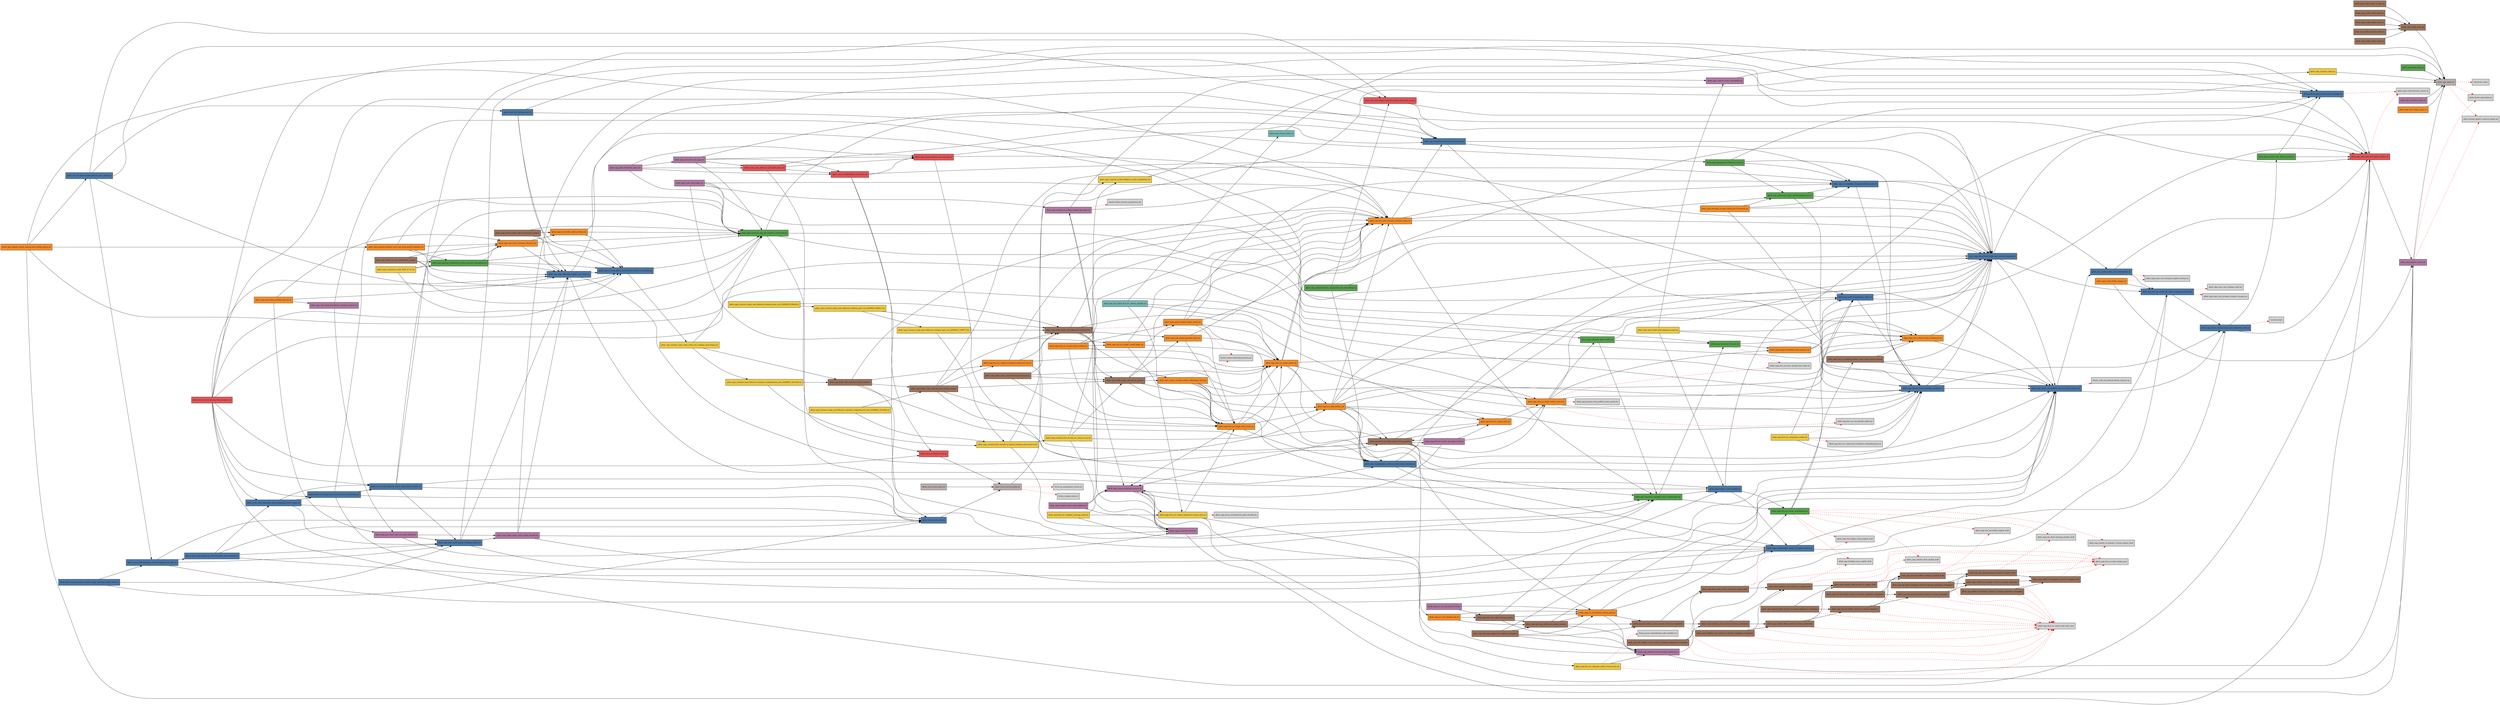
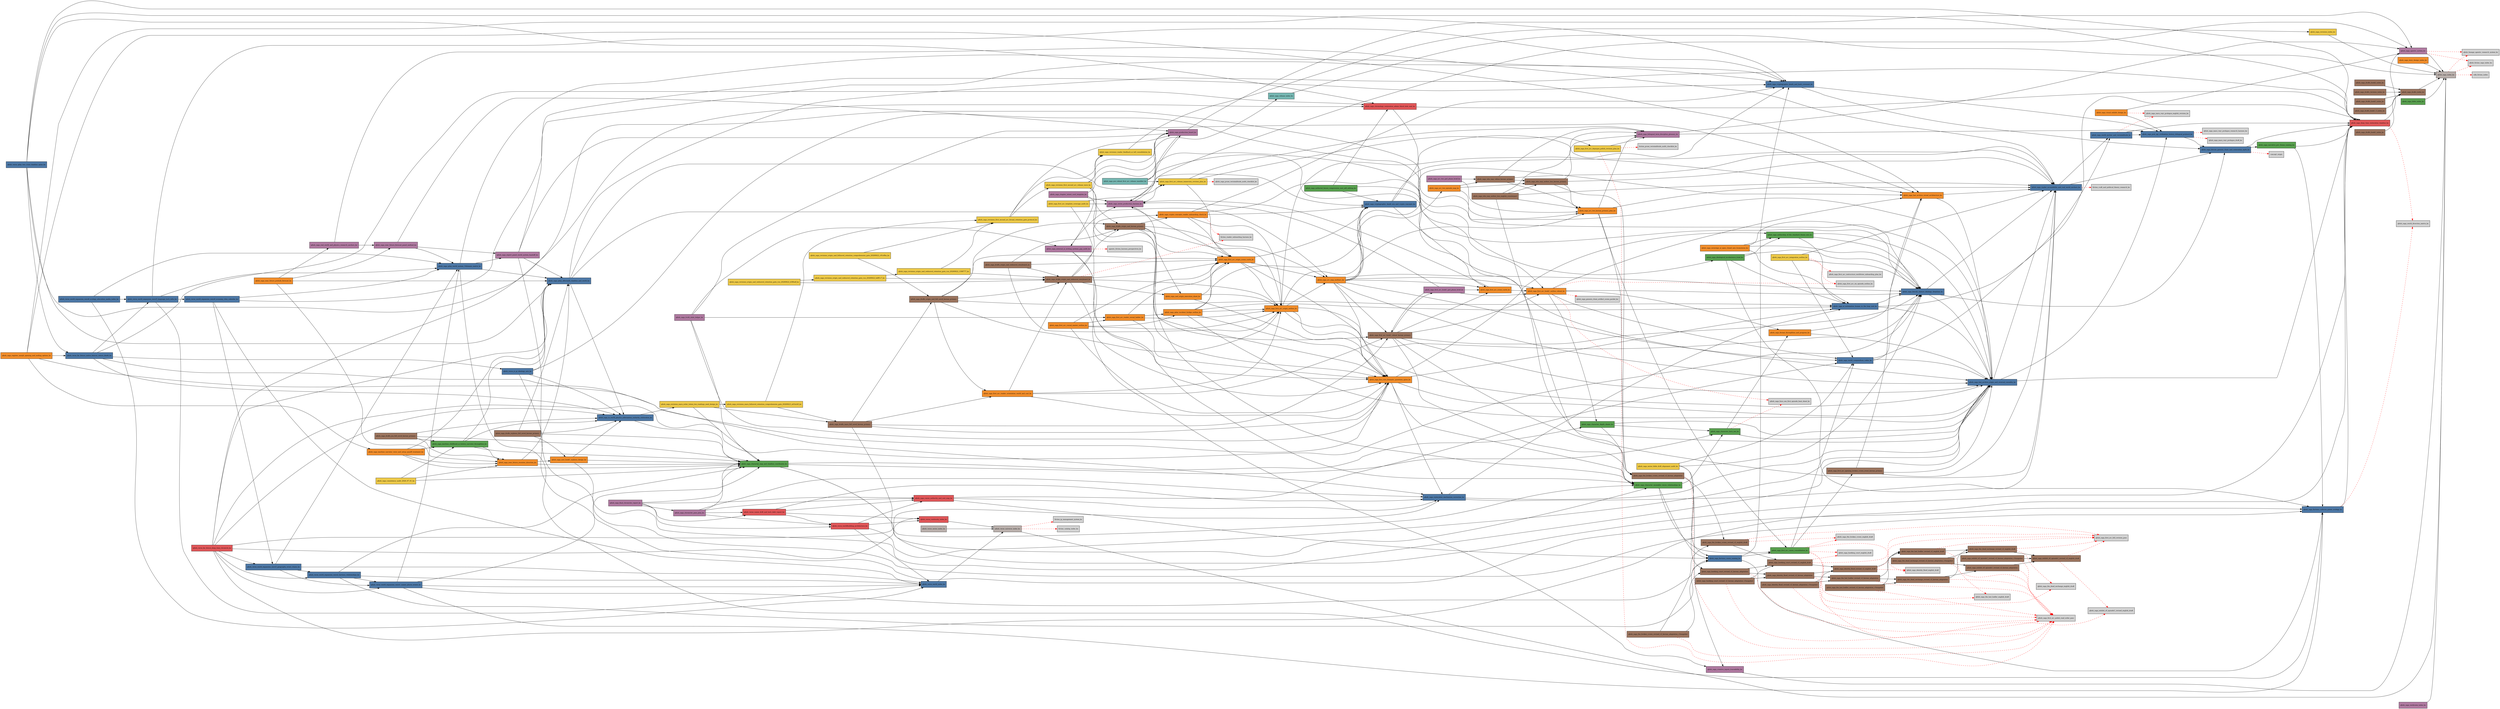
digraph qfuds_verse {
  rankdir=LR;
  node [shape=box, style=filled, fontsize=9];
  "qfuds_saga_canon_authority_and_ssot_map_ko" [fillcolor="#e15759", label="qfuds_saga_canon_authority_and_ssot_map_ko"];
  "qfuds_saga_deep_time_restoration_timeline_ko" [fillcolor="#e15759", label="qfuds_saga_deep_time_restoration_timeline_ko"];
  "qfuds_saga_chronology_restoration_admin_black_hole_seat_ko" [fillcolor="#e15759", label="qfuds_saga_chronology_restoration_admin_black_hole_seat_ko"];
  "qfuds_verse_far_future_deep_time_chronicle_ko" [fillcolor="#e15759", label="qfuds_verse_far_future_deep_time_chronicle_ko"];
  "qfuds_verse_worldbuilding_architecture_ko" [fillcolor="#e15759", label="qfuds_verse_worldbuilding_architecture_ko"];
  "qfuds_verse_canon_drift_and_tech_debt_report_ko" [fillcolor="#e15759", label="qfuds_verse_canon_drift_and_tech_debt_report_ko"];
  "qfuds_verse_continuity_index_ko" [fillcolor="#e15759", label="qfuds_verse_continuity_index_ko"];
  "qfuds_saga_world_anchor_and_verisimilitude_ko" [fillcolor="#4e79a7", label="qfuds_saga_world_anchor_and_verisimilitude_ko"];
  "qfuds_saga_factions_cultures_power_ecology_ko" [fillcolor="#4e79a7", label="qfuds_saga_factions_cultures_power_ecology_ko"];
  "qfuds_saga_bitcoin_genesis_chain_and_restoration_myth_ko" [fillcolor="#4e79a7", label="qfuds_saga_bitcoin_genesis_chain_and_restoration_myth_ko"];
  "qfuds_saga_post_agi_civilization_history_bilingual_protocol_ko" [fillcolor="#4e79a7", label="qfuds_saga_post_agi_civilization_history_bilingual_protocol_ko"];
  "qfuds_saga_cryptographic_death_and_hash_covenant_ko" [fillcolor="#4e79a7", label="qfuds_saga_cryptographic_death_and_hash_covenant_ko"];
  "qfuds_saga_reader_accessibility_and_real_world_anchors_ko" [fillcolor="#4e79a7", label="qfuds_saga_reader_accessibility_and_real_world_anchors_ko"];
  "qfuds_saga_last_archive_origin_and_reversal_causality_ko" [fillcolor="#4e79a7", label="qfuds_saga_last_archive_origin_and_reversal_causality_ko"];
  "qfuds_saga_cryptographic_death_era_and_crypto_concepts_ko" [fillcolor="#4e79a7", label="qfuds_saga_cryptographic_death_era_and_crypto_concepts_ko"];
  "qfuds_saga_factions_canon_naming_ko" [fillcolor="#4e79a7", label="qfuds_saga_factions_canon_naming_ko"];
  "qfuds_saga_bitcoin_stature_ideology_deeptime_ko" [fillcolor="#4e79a7", label="qfuds_saga_bitcoin_stature_ideology_deeptime_ko"];
  "qfuds_saga_world_compendium_codex_ko" [fillcolor="#4e79a7", label="qfuds_saga_world_compendium_codex_ko"];
  "qfuds_saga_ai_automation_human_in_the_loop_ssot_ko" [fillcolor="#4e79a7", label="qfuds_saga_ai_automation_human_in_the_loop_ssot_ko"];
  "qfuds_saga_restoration_mechanism_correction_ko" [fillcolor="#4e79a7", label="qfuds_saga_restoration_mechanism_correction_ko"];
  "qfuds_saga_in_world_physics_information_unitarity_restoration_ko" [fillcolor="#4e79a7", label="qfuds_saga_in_world_physics_information_unitarity_restoration_ko"];
  "qfuds_saga_qday_aftermath_timeline_and_world_ko" [fillcolor="#4e79a7", label="qfuds_saga_qday_aftermath_timeline_and_world_ko"];
  "qfuds_saga_qday_world_system_14domain_matrix_ko" [fillcolor="#4e79a7", label="qfuds_saga_qday_world_system_14domain_matrix_ko"];
  "qfuds_verse_world_expansion_wave1_names_places_events_ko" [fillcolor="#4e79a7", label="qfuds_verse_world_expansion_wave1_names_places_events_ko"];
  "qfuds_verse_world_expansion_wave2_factions_relationships_ko" [fillcolor="#4e79a7", label="qfuds_verse_world_expansion_wave2_factions_relationships_ko"];
  "qfuds_verse_world_expansion_wave3_geography_event_chains_ko" [fillcolor="#4e79a7", label="qfuds_verse_world_expansion_wave3_geography_event_chains_ko"];
  "qfuds_verse_world_expansion_wave4_economy_rites_calendar_ko" [fillcolor="#4e79a7", label="qfuds_verse_world_expansion_wave4_economy_rites_calendar_ko"];
  "qfuds_verse_world_expansion_wave5_language_tech_infra_ko" [fillcolor="#4e79a7", label="qfuds_verse_world_expansion_wave5_language_tech_infra_ko"];
  "qfuds_verse_world_expansion_wave6_ecology_education_media_index_ko" [fillcolor="#4e79a7", label="qfuds_verse_world_expansion_wave6_ecology_education_media_index_ko"];
  "qfuds_verse_yi_gi_ideology_axis_ko" [fillcolor="#4e79a7", label="qfuds_verse_yi_gi_ideology_axis_ko"];
  "qfuds_verse_far_future_native_lexicon_return_death_ko" [fillcolor="#4e79a7", label="qfuds_verse_far_future_native_lexicon_return_death_ko"];
+   "qfuds_verse_qday_two_crisis_timeline_spine_ko" [fillcolor="#4e79a7", label="qfuds_verse_qday_two_crisis_timeline_spine_ko"];
  "qfuds_verse_world_index_ko" [fillcolor="#4e79a7", label="qfuds_verse_world_index_ko"];
  "qfuds_verse_series_index_ko" [fillcolor="#bab0ac", label="qfuds_verse_series_index_ko"];
  "qfuds_saga_narrative_pov_theme_naming_ko" [fillcolor="#59a14f", label="qfuds_saga_narrative_pov_theme_naming_ko"];
  "qfuds_saga_first_arc_canon_consolidation_ko" [fillcolor="#59a14f", label="qfuds_saga_first_arc_canon_consolidation_ko"];
  "qfuds_saga_character_liora_sen_ko" [fillcolor="#59a14f", label="qfuds_saga_character_liora_sen_ko"];
  "qfuds_saga_authorial_lenses_compression_ssot_soft_editing_ko" [fillcolor="#59a14f", label="qfuds_saga_authorial_lenses_compression_ssot_soft_editing_ko"];
  "qfuds_saga_character_ensemble_voices_relationships_ko" [fillcolor="#59a14f", label="qfuds_saga_character_ensemble_voices_relationships_ko"];
  "qfuds_saga_character_depth_sheets_ko" [fillcolor="#59a14f", label="qfuds_saga_character_depth_sheets_ko"];
  "qfuds_saga_authorship_of_the_standard_theme_axis_ko" [fillcolor="#59a14f", label="qfuds_saga_authorship_of_the_standard_theme_axis_ko"];
  "qfuds_saga_ideological_incoherence_triad_ko" [fillcolor="#59a14f", label="qfuds_saga_ideological_incoherence_triad_ko"];
  "qfuds_saga_character_map_and_timeline_coordinates_ko" [fillcolor="#59a14f", label="qfuds_saga_character_map_and_timeline_coordinates_ko"];
  "qfuds_saga_machine_childhood_ai_history_narrator_throughline_ko" [fillcolor="#59a14f", label="qfuds_saga_machine_childhood_ai_history_narrator_throughline_ko"];
  "qfuds_saga_bible_index_ko" [fillcolor="#59a14f", label="qfuds_saga_bible_index_ko"];
  "qfuds_saga_agentic_system_ko" [fillcolor="#b07aa1", label="qfuds_saga_agentic_system_ko"];
  "qfuds_saga_bilingual_term_discipline_glossary_ko" [fillcolor="#b07aa1", label="qfuds_saga_bilingual_term_discipline_glossary_ko"];
  "qfuds_saga_arc_two_gsd_phase_brief_ko" [fillcolor="#b07aa1", label="qfuds_saga_arc_two_gsd_phase_brief_ko"];
  "qfuds_saga_series_production_harness_ko" [fillcolor="#b07aa1", label="qfuds_saga_series_production_harness_ko"];
  "qfuds_saga_creative_inputs_traceability_ko" [fillcolor="#b07aa1", label="qfuds_saga_creative_inputs_traceability_ko"];
  "qfuds_saga_first_arc_book1_gsd_phase_brief_ko" [fillcolor="#b07aa1", label="qfuds_saga_first_arc_book1_gsd_phase_brief_ko"];
  "qfuds_saga_external_ai_writing_systems_gap_audit_ko" [fillcolor="#b07aa1", label="qfuds_saga_external_ai_writing_systems_gap_audit_ko"];
  "qfuds_saga_production_board_ko" [fillcolor="#b07aa1", label="qfuds_saga_production_board_ko"];
  "qfuds_saga_chapter_intent_card_template_ko" [fillcolor="#b07aa1", label="qfuds_saga_chapter_intent_card_template_ko"];
  "qfuds_saga_expert_panel_world_system_handoff_ko" [fillcolor="#b07aa1", label="qfuds_saga_expert_panel_world_system_handoff_ko"];
  "qfuds_saga_near_future_forecast_panel_method_ko" [fillcolor="#b07aa1", label="qfuds_saga_near_future_forecast_panel_method_ko"];
  "qfuds_saga_real_world_and_physics_research_anchors_ko" [fillcolor="#b07aa1", label="qfuds_saga_real_world_and_physics_research_anchors_ko"];
  "qfuds_saga_truth_state_ledger_ko" [fillcolor="#b07aa1", label="qfuds_saga_truth_state_ledger_ko"];
  "qfuds_saga_chronicler_pass_plan_ko" [fillcolor="#b07aa1", label="qfuds_saga_chronicler_pass_plan_ko"];
  "qfuds_saga_final_chronicler_report_ko" [fillcolor="#b07aa1", label="qfuds_saga_final_chronicler_report_ko"];
  "qfuds_saga_workroom_index_ko" [fillcolor="#b07aa1", label="qfuds_saga_workroom_index_ko"];
  "qfuds_saga_visual_exhibit_design_ko" [fillcolor="#f28e2b", label="qfuds_saga_visual_exhibit_design_ko"];
  "qfuds_saga_arc_two_korean_primary_plan_ko" [fillcolor="#f28e2b", label="qfuds_saga_arc_two_korean_primary_plan_ko"];
  "qfuds_saga_last_archive_reveal_architecture_ko" [fillcolor="#f28e2b", label="qfuds_saga_last_archive_reveal_architecture_ko"];
  "qfuds_saga_format_throughline_and_progress_ko" [fillcolor="#f28e2b", label="qfuds_saga_format_throughline_and_progress_ko"];
  "qfuds_saga_arc_two_episode_map_ko" [fillcolor="#f28e2b", label="qfuds_saga_arc_two_episode_map_ko"];
  "qfuds_saga_arc_map_multiarc_ko" [fillcolor="#f28e2b", label="qfuds_saga_arc_map_multiarc_ko"];
  "qfuds_saga_first_arc_book1_outline_reboot_ko" [fillcolor="#f28e2b", label="qfuds_saga_first_arc_book1_outline_reboot_ko"];
  "qfuds_saga_first_arc_scene_cards_ko" [fillcolor="#f28e2b", label="qfuds_saga_first_arc_scene_cards_ko"];
  "qfuds_saga_sovereign_ai_open_closed_axis_brainstorm_ko" [fillcolor="#f28e2b", label="qfuds_saga_sovereign_ai_open_closed_axis_brainstorm_ko"];
  "qfuds_saga_five_core_dramatic_questions_spine_ko" [fillcolor="#f28e2b", label="qfuds_saga_five_core_dramatic_questions_spine_ko"];
  "qfuds_saga_first_arc_origin_outline_ko" [fillcolor="#f28e2b", label="qfuds_saga_first_arc_origin_outline_ko"];
  "qfuds_saga_first_arc_origin_scene_cards_ko" [fillcolor="#f28e2b", label="qfuds_saga_first_arc_origin_scene_cards_ko"];
  "qfuds_saga_crypto_concepts_reader_onboarding_check_ko" [fillcolor="#f28e2b", label="qfuds_saga_crypto_concepts_reader_onboarding_check_ko"];
  "qfuds_saga_sael_origin_execution_sheet_ko" [fillcolor="#f28e2b", label="qfuds_saga_sael_origin_execution_sheet_ko"];
  "qfuds_saga_qday_incident_bridge_outline_ko" [fillcolor="#f28e2b", label="qfuds_saga_qday_incident_bridge_outline_ko"];
  "qfuds_saga_first_arc_reader_reveal_ladder_ko" [fillcolor="#f28e2b", label="qfuds_saga_first_arc_reader_reveal_ladder_ko"];
  "qfuds_saga_first_arc_causal_master_outline_ko" [fillcolor="#f28e2b", label="qfuds_saga_first_arc_causal_master_outline_ko"];
  "qfuds_saga_first_arc_reader_orientation_world_and_cast_ko" [fillcolor="#f28e2b", label="qfuds_saga_first_arc_reader_orientation_world_and_cast_ko"];
  "qfuds_saga_new_book1_orpheus_design_ko" [fillcolor="#f28e2b", label="qfuds_saga_new_book1_orpheus_design_ko"];
  "qfuds_saga_near_future_recenter_direction_ko" [fillcolor="#f28e2b", label="qfuds_saga_near_future_recenter_direction_ko"];
  "qfuds_saga_machine_narrator_voice_and_setup_payoff_treatment_ko" [fillcolor="#f28e2b", label="qfuds_saga_machine_narrator_voice_and_setup_payoff_treatment_ko"];
  "qfuds_saga_near_future_prelude_forecast_ko" [fillcolor="#f28e2b", label="qfuds_saga_near_future_prelude_forecast_ko"];
  "qfuds_saga_register_morph_opening_and_ending_options_ko" [fillcolor="#f28e2b", label="qfuds_saga_register_morph_opening_and_ending_options_ko"];
  "qfuds_saga_story_design_index_ko" [fillcolor="#f28e2b", label="qfuds_saga_story_design_index_ko"];
  "qfuds_saga_drafts_jua_full_novel_korean_primary" [fillcolor="#9c755f", label="qfuds_saga_drafts_jua_full_novel_korean_primary"];
  "qfuds_saga_drafts_origin_sael_korean_primary" [fillcolor="#9c755f", label="qfuds_saga_drafts_origin_sael_korean_primary"];
  "qfuds_saga_drafts_origin_sael_webnovel_storyboard_ko" [fillcolor="#9c755f", label="qfuds_saga_drafts_origin_sael_webnovel_storyboard_ko"];
  "qfuds_saga_drafts_origin_sael_webnovel_storyboard_en" [fillcolor="#9c755f", label="qfuds_saga_drafts_origin_sael_webnovel_storyboard_en"];
  "qfuds_saga_drafts_origin_sael_full_novel_korean_primary" [fillcolor="#9c755f", label="qfuds_saga_drafts_origin_sael_full_novel_korean_primary"];
  "qfuds_saga_drafts_book1_5_index_ko" [fillcolor="#9c755f", label="qfuds_saga_drafts_book1_5_index_ko"];
  "qfuds_saga_drafts_orpheus_full_novel_korean_primary" [fillcolor="#9c755f", label="qfuds_saga_drafts_orpheus_full_novel_korean_primary"];
  "qfuds_saga_drafts_book1_index_ko" [fillcolor="#9c755f", label="qfuds_saga_drafts_book1_index_ko"];
  "qfuds_saga_first_arc_book1_reboot_korean_primary" [fillcolor="#9c755f", label="qfuds_saga_first_arc_book1_reboot_korean_primary"];
  "qfuds_saga_drafts_mara_full_novel_korean_primary" [fillcolor="#9c755f", label="qfuds_saga_drafts_mara_full_novel_korean_primary"];
  "qfuds_saga_drafts_book2_index_ko" [fillcolor="#9c755f", label="qfuds_saga_drafts_book2_index_ko"];
  "qfuds_saga_exhibit_s0_episode1_revised_v2_english_draft" [fillcolor="#9c755f", label="qfuds_saga_exhibit_s0_episode1_revised_v2_english_draft"];
  "qfuds_saga_the_dead_exchange_revised_v2_english_draft" [fillcolor="#9c755f", label="qfuds_saga_the_dead_exchange_revised_v2_english_draft"];
  "qfuds_saga_the_last_hodler_revised_v2_english_draft" [fillcolor="#9c755f", label="qfuds_saga_the_last_hodler_revised_v2_english_draft"];
  "qfuds_saga_identity_flood_revised_v2_english_draft" [fillcolor="#9c755f", label="qfuds_saga_identity_flood_revised_v2_english_draft"];
  "qfuds_saga_hawking_court_revised_v2_english_draft" [fillcolor="#9c755f", label="qfuds_saga_hawking_court_revised_v2_english_draft"];
  "qfuds_saga_the_broken_crown_revised_v2_english_draft" [fillcolor="#9c755f", label="qfuds_saga_the_broken_crown_revised_v2_english_draft"];
  "qfuds_saga_exhibit_s0_episode1_revised_v2_korean_adaptation" [fillcolor="#9c755f", label="qfuds_saga_exhibit_s0_episode1_revised_v2_korean_adaptation"];
  "qfuds_saga_the_dead_exchange_revised_v2_korean_adaptation" [fillcolor="#9c755f", label="qfuds_saga_the_dead_exchange_revised_v2_korean_adaptation"];
  "qfuds_saga_the_last_hodler_revised_v2_korean_adaptation" [fillcolor="#9c755f", label="qfuds_saga_the_last_hodler_revised_v2_korean_adaptation"];
  "qfuds_saga_identity_flood_revised_v2_korean_adaptation" [fillcolor="#9c755f", label="qfuds_saga_identity_flood_revised_v2_korean_adaptation"];
  "qfuds_saga_hawking_court_revised_v2_korean_adaptation" [fillcolor="#9c755f", label="qfuds_saga_hawking_court_revised_v2_korean_adaptation"];
  "qfuds_saga_the_broken_crown_revised_v2_korean_adaptation" [fillcolor="#9c755f", label="qfuds_saga_the_broken_crown_revised_v2_korean_adaptation"];
  "qfuds_saga_first_arc_opening_broken_crown_event_korean_primary" [fillcolor="#9c755f", label="qfuds_saga_first_arc_opening_broken_crown_event_korean_primary"];
  "qfuds_saga_exhibit_s0_episode1_revised_v2_korean_adaptation_v3snapshot" [fillcolor="#9c755f", label="qfuds_saga_exhibit_s0_episode1_revised_v2_korean_adaptation_v3snapshot"];
  "qfuds_saga_the_dead_exchange_revised_v2_korean_adaptation_v3snapshot" [fillcolor="#9c755f", label="qfuds_saga_the_dead_exchange_revised_v2_korean_adaptation_v3snapshot"];
  "qfuds_saga_the_last_hodler_revised_v2_korean_adaptation_v3snapshot" [fillcolor="#9c755f", label="qfuds_saga_the_last_hodler_revised_v2_korean_adaptation_v3snapshot"];
  "qfuds_saga_identity_flood_revised_v2_korean_adaptation_v3snapshot" [fillcolor="#9c755f", label="qfuds_saga_identity_flood_revised_v2_korean_adaptation_v3snapshot"];
  "qfuds_saga_hawking_court_revised_v2_korean_adaptation_v3snapshot" [fillcolor="#9c755f", label="qfuds_saga_hawking_court_revised_v2_korean_adaptation_v3snapshot"];
  "qfuds_saga_the_broken_crown_revised_v2_korean_adaptation_v3snapshot" [fillcolor="#9c755f", label="qfuds_saga_the_broken_crown_revised_v2_korean_adaptation_v3snapshot"];
  "qfuds_saga_drafts_versions_index_ko" [fillcolor="#9c755f", label="qfuds_saga_drafts_versions_index_ko"];
  "qfuds_saga_who_may_author_loss_korean_primary" [fillcolor="#9c755f", label="qfuds_saga_who_may_author_loss_korean_primary"];
  "qfuds_saga_who_may_author_loss_english_counterpart" [fillcolor="#9c755f", label="qfuds_saga_who_may_author_loss_english_counterpart"];
  "qfuds_saga_who_may_refuse_korean_primary" [fillcolor="#9c755f", label="qfuds_saga_who_may_refuse_korean_primary"];
  "qfuds_saga_drafts_book3_index_ko" [fillcolor="#9c755f", label="qfuds_saga_drafts_book3_index_ko"];
  "qfuds_saga_drafts_index_ko" [fillcolor="#9c755f", label="qfuds_saga_drafts_index_ko"];
  "qfuds_saga_first_arc_dejargon_polish_revision_plan_ko" [fillcolor="#edc948", label="qfuds_saga_first_arc_dejargon_polish_revision_plan_ko"];
  "qfuds_saga_first_arc_release_immersion_revision_plan_ko" [fillcolor="#edc948", label="qfuds_saga_first_arc_release_immersion_revision_plan_ko"];
  "qfuds_saga_first_arc_template_coverage_audit_ko" [fillcolor="#edc948", label="qfuds_saga_first_arc_template_coverage_audit_ko"];
  "qfuds_saga_first_arc_integration_outline_ko" [fillcolor="#edc948", label="qfuds_saga_first_arc_integration_outline_ko"];
  "qfuds_saga_series_bible_drift_alignment_audit_ko" [fillcolor="#edc948", label="qfuds_saga_series_bible_drift_alignment_audit_ko"];
  "qfuds_saga_revisions_reader_feedback_ai_tell_consolidation_ko" [fillcolor="#edc948", label="qfuds_saga_revisions_reader_feedback_ai_tell_consolidation_ko"];
  "qfuds_saga_revisions_first_second_arc_release_wave_ko" [fillcolor="#edc948", label="qfuds_saga_revisions_first_second_arc_release_wave_ko"];
  "qfuds_saga_revisions_first_second_arc_formal_retention_gate_protocol_ko" [fillcolor="#edc948", label="qfuds_saga_revisions_first_second_arc_formal_retention_gate_protocol_ko"];
  "qfuds_saga_revisions_origin_sael_webnovel_retention_gate_run_20260622_1308777_ko" [fillcolor="#edc948", label="qfuds_saga_revisions_origin_sael_webnovel_retention_gate_run_20260622_1308777_ko"];
  "qfuds_saga_revisions_origin_sael_webnovel_retention_gate_run_20260622_bdff1c7_ko" [fillcolor="#edc948", label="qfuds_saga_revisions_origin_sael_webnovel_retention_gate_run_20260622_bdff1c7_ko"];
  "qfuds_saga_revisions_origin_sael_webnovel_retention_gate_run_20260622_b5f0edf_ko" [fillcolor="#edc948", label="qfuds_saga_revisions_origin_sael_webnovel_retention_gate_run_20260622_b5f0edf_ko"];
  "qfuds_saga_revisions_origin_sael_fullnovel_retention_comprehension_gate_20260622_c91e9be_ko" [fillcolor="#edc948", label="qfuds_saga_revisions_origin_sael_fullnovel_retention_comprehension_gate_20260622_c91e9be_ko"];
  "qfuds_saga_revisions_mara_fullnovel_retention_comprehension_gate_20260623_a41bcb9_ko" [fillcolor="#edc948", label="qfuds_saga_revisions_mara_fullnovel_retention_comprehension_gate_20260623_a41bcb9_ko"];
  "qfuds_saga_revisions_mara_order_totem_two_readings_seed_design_ko" [fillcolor="#edc948", label="qfuds_saga_revisions_mara_order_totem_two_readings_seed_design_ko"];
  "qfuds_saga_consistency_audit_2026_07_01_ko" [fillcolor="#edc948", label="qfuds_saga_consistency_audit_2026_07_01_ko"];
  "qfuds_saga_revisions_index_ko" [fillcolor="#edc948", label="qfuds_saga_revisions_index_ko"];
  "qfuds_saga_pre_reboot_first_arc_release_manifest_ko" [fillcolor="#76b7b2", label="qfuds_saga_pre_reboot_first_arc_release_manifest_ko"];
  "qfuds_saga_release_index_ko" [fillcolor="#76b7b2", label="qfuds_saga_release_index_ko"];
  "qfuds_saga_index_ko" [fillcolor="#bab0ac", label="qfuds_saga_index_ko"];
  "qfuds_verse_universe_index_ko" [fillcolor="#bab0ac", label="qfuds_verse_universe_index_ko"];
  "qfuds_saga_canon_authority_and_ssot_map_ko" -> "qfuds_saga_world_compendium_codex_ko";
  "qfuds_saga_canon_authority_and_ssot_map_ko" -> "qfuds_saga_restoration_mechanism_correction_ko";
  "qfuds_saga_canon_authority_and_ssot_map_ko" -> "qfuds_saga_factions_canon_naming_ko";
  "qfuds_saga_deep_time_restoration_timeline_ko" -> "qfuds_saga_world_direction_matrix_ko" [style=dashed, color=red];
  "qfuds_saga_deep_time_restoration_timeline_ko" -> "qfuds_saga_agentic_system_ko";
  "qfuds_saga_chronology_restoration_admin_black_hole_seat_ko" -> "qfuds_saga_last_archive_origin_and_reversal_causality_ko";
  "qfuds_saga_chronology_restoration_admin_black_hole_seat_ko" -> "qfuds_saga_deep_time_restoration_timeline_ko";
  "qfuds_verse_far_future_deep_time_chronicle_ko" -> "qfuds_verse_continuity_index_ko";
  "qfuds_verse_far_future_deep_time_chronicle_ko" -> "qfuds_saga_deep_time_restoration_timeline_ko";
  "qfuds_verse_far_future_deep_time_chronicle_ko" -> "qfuds_saga_chronology_restoration_admin_black_hole_seat_ko";
  "qfuds_verse_far_future_deep_time_chronicle_ko" -> "qfuds_saga_qday_aftermath_timeline_and_world_ko";
  "qfuds_verse_far_future_deep_time_chronicle_ko" -> "qfuds_saga_restoration_mechanism_correction_ko";
  "qfuds_verse_far_future_deep_time_chronicle_ko" -> "qfuds_saga_in_world_physics_information_unitarity_restoration_ko";
  "qfuds_verse_far_future_deep_time_chronicle_ko" -> "qfuds_saga_bitcoin_stature_ideology_deeptime_ko";
  "qfuds_verse_far_future_deep_time_chronicle_ko" -> "qfuds_verse_world_expansion_wave1_names_places_events_ko";
  "qfuds_verse_far_future_deep_time_chronicle_ko" -> "qfuds_verse_world_expansion_wave2_factions_relationships_ko";
  "qfuds_verse_far_future_deep_time_chronicle_ko" -> "qfuds_verse_world_expansion_wave3_geography_event_chains_ko";
  "qfuds_verse_worldbuilding_architecture_ko" -> "qfuds_verse_continuity_index_ko";
  "qfuds_verse_worldbuilding_architecture_ko" -> "qfuds_saga_canon_authority_and_ssot_map_ko";
  "qfuds_verse_worldbuilding_architecture_ko" -> "qfuds_verse_world_index_ko";
  "qfuds_verse_worldbuilding_architecture_ko" -> "qfuds_saga_last_archive_origin_and_reversal_causality_ko";
  "qfuds_verse_canon_drift_and_tech_debt_report_ko" -> "qfuds_verse_worldbuilding_architecture_ko";
  "qfuds_verse_canon_drift_and_tech_debt_report_ko" -> "qfuds_verse_continuity_index_ko";
  "qfuds_verse_canon_drift_and_tech_debt_report_ko" -> "qfuds_saga_canon_authority_and_ssot_map_ko";
  "qfuds_verse_canon_drift_and_tech_debt_report_ko" -> "qfuds_saga_restoration_mechanism_correction_ko";
  "qfuds_verse_continuity_index_ko" -> "qfuds_verse_universe_index_ko";
  "qfuds_saga_world_anchor_and_verisimilitude_ko" -> "qfuds_saga_deep_time_restoration_timeline_ko";
  "qfuds_saga_world_anchor_and_verisimilitude_ko" -> "qfuds_saga_post_agi_civilization_history_bilingual_protocol_ko";
  "qfuds_saga_world_anchor_and_verisimilitude_ko" -> "qfuds_saga_mara_veyr_prologue_english_revision_ko" [style=dashed, color=red];
  "qfuds_saga_factions_cultures_power_ecology_ko" -> "qfuds_saga_deep_time_restoration_timeline_ko";
  "qfuds_saga_factions_cultures_power_ecology_ko" -> "qfuds_saga_world_direction_matrix_ko" [style=dashed, color=red];
  "qfuds_saga_bitcoin_genesis_chain_and_restoration_myth_ko" -> "qfuds_saga_narrative_pov_theme_naming_ko";
  "qfuds_saga_bitcoin_genesis_chain_and_restoration_myth_ko" -> "qfuds_saga_deep_time_restoration_timeline_ko";
  "qfuds_saga_bitcoin_genesis_chain_and_restoration_myth_ko" -> "concept_origin" [style=dashed, color=red];
  "qfuds_saga_post_agi_civilization_history_bilingual_protocol_ko" -> "qfuds_saga_mara_veyr_prologue_draft_ko" [style=dashed, color=red];
  "qfuds_saga_post_agi_civilization_history_bilingual_protocol_ko" -> "qfuds_saga_mara_veyr_prologue_research_harness_ko" [style=dashed, color=red];
  "qfuds_saga_post_agi_civilization_history_bilingual_protocol_ko" -> "qfuds_saga_bitcoin_genesis_chain_and_restoration_myth_ko";
  "qfuds_saga_cryptographic_death_and_hash_covenant_ko" -> "qfuds_saga_bitcoin_genesis_chain_and_restoration_myth_ko";
  "qfuds_saga_cryptographic_death_and_hash_covenant_ko" -> "qfuds_saga_post_agi_civilization_history_bilingual_protocol_ko";
  "qfuds_saga_reader_accessibility_and_real_world_anchors_ko" -> "qfuds_saga_bitcoin_genesis_chain_and_restoration_myth_ko";
  "qfuds_saga_reader_accessibility_and_real_world_anchors_ko" -> "qfuds_saga_world_anchor_and_verisimilitude_ko";
  "qfuds_saga_reader_accessibility_and_real_world_anchors_ko" -> "fiction_craft_and_political_theory_research_ko" [style=dashed, color=red];
  "qfuds_saga_last_archive_origin_and_reversal_causality_ko" -> "qfuds_saga_deep_time_restoration_timeline_ko";
  "qfuds_saga_last_archive_origin_and_reversal_causality_ko" -> "qfuds_saga_reader_accessibility_and_real_world_anchors_ko";
  "qfuds_saga_last_archive_origin_and_reversal_causality_ko" -> "qfuds_saga_post_agi_civilization_history_bilingual_protocol_ko";
  "qfuds_saga_cryptographic_death_era_and_crypto_concepts_ko" -> "qfuds_saga_cryptographic_death_and_hash_covenant_ko";
  "qfuds_saga_cryptographic_death_era_and_crypto_concepts_ko" -> "qfuds_saga_reader_accessibility_and_real_world_anchors_ko";
  "qfuds_saga_cryptographic_death_era_and_crypto_concepts_ko" -> "qfuds_saga_last_archive_origin_and_reversal_causality_ko";
  "qfuds_saga_factions_canon_naming_ko" -> "qfuds_saga_cryptographic_death_and_hash_covenant_ko";
  "qfuds_saga_factions_canon_naming_ko" -> "qfuds_saga_first_arc_canon_consolidation_ko";
  "qfuds_saga_factions_canon_naming_ko" -> "qfuds_saga_factions_cultures_power_ecology_ko";
  "qfuds_saga_bitcoin_stature_ideology_deeptime_ko" -> "qfuds_saga_reader_accessibility_and_real_world_anchors_ko";
  "qfuds_saga_bitcoin_stature_ideology_deeptime_ko" -> "qfuds_saga_last_archive_origin_and_reversal_causality_ko";
  "qfuds_saga_bitcoin_stature_ideology_deeptime_ko" -> "qfuds_saga_bitcoin_genesis_chain_and_restoration_myth_ko";
  "qfuds_saga_world_compendium_codex_ko" -> "qfuds_saga_deep_time_restoration_timeline_ko";
  "qfuds_saga_world_compendium_codex_ko" -> "qfuds_saga_last_archive_origin_and_reversal_causality_ko";
  "qfuds_saga_world_compendium_codex_ko" -> "qfuds_saga_bitcoin_stature_ideology_deeptime_ko";
  "qfuds_saga_ai_automation_human_in_the_loop_ssot_ko" -> "qfuds_saga_last_archive_origin_and_reversal_causality_ko";
  "qfuds_saga_ai_automation_human_in_the_loop_ssot_ko" -> "qfuds_saga_bitcoin_stature_ideology_deeptime_ko";
  "qfuds_saga_ai_automation_human_in_the_loop_ssot_ko" -> "qfuds_saga_world_anchor_and_verisimilitude_ko";
  "qfuds_saga_restoration_mechanism_correction_ko" -> "qfuds_saga_last_archive_origin_and_reversal_causality_ko";
  "qfuds_saga_restoration_mechanism_correction_ko" -> "qfuds_saga_reader_accessibility_and_real_world_anchors_ko";
  "qfuds_saga_restoration_mechanism_correction_ko" -> "qfuds_saga_ai_automation_human_in_the_loop_ssot_ko";
  "qfuds_saga_in_world_physics_information_unitarity_restoration_ko" -> "qfuds_saga_character_map_and_timeline_coordinates_ko";
  "qfuds_saga_in_world_physics_information_unitarity_restoration_ko" -> "qfuds_saga_revisions_mara_order_totem_two_readings_seed_design_ko";
  "qfuds_saga_qday_aftermath_timeline_and_world_ko" -> "qfuds_saga_deep_time_restoration_timeline_ko";
  "qfuds_saga_qday_aftermath_timeline_and_world_ko" -> "qfuds_saga_arc_map_multiarc_ko";
  "qfuds_saga_qday_aftermath_timeline_and_world_ko" -> "qfuds_saga_cryptographic_death_era_and_crypto_concepts_ko";
  "qfuds_saga_qday_aftermath_timeline_and_world_ko" -> "qfuds_saga_in_world_physics_information_unitarity_restoration_ko";
  "qfuds_saga_qday_world_system_14domain_matrix_ko" -> "qfuds_saga_qday_aftermath_timeline_and_world_ko";
  "qfuds_saga_qday_world_system_14domain_matrix_ko" -> "qfuds_saga_cryptographic_death_and_hash_covenant_ko";
  "qfuds_saga_qday_world_system_14domain_matrix_ko" -> "qfuds_saga_factions_cultures_power_ecology_ko";
  "qfuds_saga_qday_world_system_14domain_matrix_ko" -> "qfuds_saga_expert_panel_world_system_handoff_ko";
  "qfuds_verse_world_expansion_wave1_names_places_events_ko" -> "qfuds_verse_world_index_ko";
  "qfuds_verse_world_expansion_wave1_names_places_events_ko" -> "qfuds_saga_factions_canon_naming_ko";
  "qfuds_verse_world_expansion_wave1_names_places_events_ko" -> "qfuds_saga_character_map_and_timeline_coordinates_ko";
  "qfuds_verse_world_expansion_wave1_names_places_events_ko" -> "qfuds_saga_qday_world_system_14domain_matrix_ko";
  "qfuds_verse_world_expansion_wave1_names_places_events_ko" -> "qfuds_saga_factions_cultures_power_ecology_ko";
  "qfuds_verse_world_expansion_wave2_factions_relationships_ko" -> "qfuds_verse_world_expansion_wave1_names_places_events_ko";
  "qfuds_verse_world_expansion_wave2_factions_relationships_ko" -> "qfuds_verse_world_index_ko";
  "qfuds_verse_world_expansion_wave2_factions_relationships_ko" -> "qfuds_saga_factions_canon_naming_ko";
  "qfuds_verse_world_expansion_wave2_factions_relationships_ko" -> "qfuds_saga_character_map_and_timeline_coordinates_ko";
  "qfuds_verse_world_expansion_wave3_geography_event_chains_ko" -> "qfuds_verse_world_expansion_wave1_names_places_events_ko";
  "qfuds_verse_world_expansion_wave3_geography_event_chains_ko" -> "qfuds_verse_world_expansion_wave2_factions_relationships_ko";
  "qfuds_verse_world_expansion_wave3_geography_event_chains_ko" -> "qfuds_verse_world_index_ko";
  "qfuds_verse_world_expansion_wave3_geography_event_chains_ko" -> "qfuds_saga_qday_world_system_14domain_matrix_ko";
  "qfuds_verse_world_expansion_wave4_economy_rites_calendar_ko" -> "qfuds_verse_world_expansion_wave3_geography_event_chains_ko";
  "qfuds_verse_world_expansion_wave4_economy_rites_calendar_ko" -> "qfuds_verse_world_index_ko";
  "qfuds_verse_world_expansion_wave4_economy_rites_calendar_ko" -> "qfuds_saga_qday_world_system_14domain_matrix_ko";
  "qfuds_verse_world_expansion_wave4_economy_rites_calendar_ko" -> "qfuds_saga_cryptographic_death_and_hash_covenant_ko";
  "qfuds_verse_world_expansion_wave5_language_tech_infra_ko" -> "qfuds_verse_world_expansion_wave4_economy_rites_calendar_ko";
  "qfuds_verse_world_expansion_wave5_language_tech_infra_ko" -> "qfuds_verse_world_index_ko";
  "qfuds_verse_world_expansion_wave5_language_tech_infra_ko" -> "qfuds_saga_cryptographic_death_and_hash_covenant_ko";
  "qfuds_verse_world_expansion_wave5_language_tech_infra_ko" -> "qfuds_saga_qday_world_system_14domain_matrix_ko";
  "qfuds_verse_world_expansion_wave6_ecology_education_media_index_ko" -> "qfuds_verse_world_expansion_wave5_language_tech_infra_ko";
  "qfuds_verse_world_expansion_wave6_ecology_education_media_index_ko" -> "qfuds_verse_world_index_ko";
  "qfuds_verse_world_expansion_wave6_ecology_education_media_index_ko" -> "qfuds_saga_qday_world_system_14domain_matrix_ko";
  "qfuds_verse_yi_gi_ideology_axis_ko" -> "qfuds_saga_ideological_incoherence_triad_ko";
  "qfuds_verse_yi_gi_ideology_axis_ko" -> "qfuds_saga_factions_cultures_power_ecology_ko";
  "qfuds_verse_yi_gi_ideology_axis_ko" -> "qfuds_saga_qday_aftermath_timeline_and_world_ko";
  "qfuds_verse_yi_gi_ideology_axis_ko" -> "qfuds_saga_in_world_physics_information_unitarity_restoration_ko";
  "qfuds_verse_far_future_native_lexicon_return_death_ko" -> "qfuds_saga_restoration_mechanism_correction_ko";
  "qfuds_verse_far_future_native_lexicon_return_death_ko" -> "qfuds_saga_in_world_physics_information_unitarity_restoration_ko";
  "qfuds_verse_far_future_native_lexicon_return_death_ko" -> "qfuds_verse_yi_gi_ideology_axis_ko";
  "qfuds_verse_far_future_native_lexicon_return_death_ko" -> "qfuds_saga_chronology_restoration_admin_black_hole_seat_ko";
  "qfuds_verse_far_future_native_lexicon_return_death_ko" -> "qfuds_verse_world_expansion_wave5_language_tech_infra_ko";
+   "qfuds_verse_qday_two_crisis_timeline_spine_ko" -> "qfuds_saga_deep_time_restoration_timeline_ko";
+   "qfuds_verse_qday_two_crisis_timeline_spine_ko" -> "qfuds_saga_chronology_restoration_admin_black_hole_seat_ko";
+   "qfuds_verse_qday_two_crisis_timeline_spine_ko" -> "qfuds_saga_qday_aftermath_timeline_and_world_ko";
+   "qfuds_verse_qday_two_crisis_timeline_spine_ko" -> "qfuds_saga_cryptographic_death_and_hash_covenant_ko";
+   "qfuds_verse_qday_two_crisis_timeline_spine_ko" -> "qfuds_saga_bitcoin_stature_ideology_deeptime_ko";
+   "qfuds_verse_qday_two_crisis_timeline_spine_ko" -> "qfuds_verse_far_future_native_lexicon_return_death_ko";
  "qfuds_verse_world_index_ko" -> "qfuds_verse_universe_index_ko";
  "qfuds_verse_series_index_ko" -> "qfuds_verse_universe_index_ko";
  "qfuds_saga_narrative_pov_theme_naming_ko" -> "qfuds_saga_factions_cultures_power_ecology_ko";
  "qfuds_saga_narrative_pov_theme_naming_ko" -> "qfuds_saga_deep_time_restoration_timeline_ko";
  "qfuds_saga_first_arc_canon_consolidation_ko" -> "qfuds_saga_exhibit_s0_episode1_revised_english_draft" [style=dashed, color=red];
  "qfuds_saga_first_arc_canon_consolidation_ko" -> "qfuds_saga_the_dead_exchange_english_draft" [style=dashed, color=red];
  "qfuds_saga_first_arc_canon_consolidation_ko" -> "qfuds_saga_the_last_hodler_english_draft" [style=dashed, color=red];
  "qfuds_saga_first_arc_canon_consolidation_ko" -> "qfuds_saga_identity_flood_english_draft" [style=dashed, color=red];
  "qfuds_saga_first_arc_canon_consolidation_ko" -> "qfuds_saga_hawking_court_english_draft" [style=dashed, color=red];
  "qfuds_saga_first_arc_canon_consolidation_ko" -> "qfuds_saga_the_broken_crown_english_draft" [style=dashed, color=red];
  "qfuds_saga_first_arc_canon_consolidation_ko" -> "qfuds_saga_first_arc_opening_broken_crown_event_korean_primary";
  "qfuds_saga_first_arc_canon_consolidation_ko" -> "qfuds_saga_world_compendium_codex_ko";
  "qfuds_saga_character_liora_sen_ko" -> "qfuds_saga_liora_sen_first_episode_beat_sheet_ko" [style=dashed, color=red];
  "qfuds_saga_character_liora_sen_ko" -> "qfuds_saga_last_archive_origin_and_reversal_causality_ko";
  "qfuds_saga_character_liora_sen_ko" -> "qfuds_saga_format_throughline_and_progress_ko";
  "qfuds_saga_authorial_lenses_compression_ssot_soft_editing_ko" -> "qfuds_saga_last_archive_origin_and_reversal_causality_ko";
  "qfuds_saga_authorial_lenses_compression_ssot_soft_editing_ko" -> "qfuds_saga_chronology_restoration_admin_black_hole_seat_ko";
  "qfuds_saga_authorial_lenses_compression_ssot_soft_editing_ko" -> "qfuds_saga_cryptographic_death_era_and_crypto_concepts_ko";
  "qfuds_saga_character_ensemble_voices_relationships_ko" -> "qfuds_saga_character_liora_sen_ko";
  "qfuds_saga_character_ensemble_voices_relationships_ko" -> "qfuds_saga_first_arc_canon_consolidation_ko";
  "qfuds_saga_character_ensemble_voices_relationships_ko" -> "qfuds_saga_factions_canon_naming_ko";
  "qfuds_saga_character_depth_sheets_ko" -> "qfuds_saga_character_liora_sen_ko";
  "qfuds_saga_character_depth_sheets_ko" -> "qfuds_saga_character_ensemble_voices_relationships_ko";
  "qfuds_saga_character_depth_sheets_ko" -> "qfuds_saga_last_archive_origin_and_reversal_causality_ko";
  "qfuds_saga_authorship_of_the_standard_theme_axis_ko" -> "qfuds_saga_last_archive_origin_and_reversal_causality_ko";
  "qfuds_saga_authorship_of_the_standard_theme_axis_ko" -> "qfuds_saga_ai_automation_human_in_the_loop_ssot_ko";
  "qfuds_saga_authorship_of_the_standard_theme_axis_ko" -> "qfuds_saga_bitcoin_stature_ideology_deeptime_ko";
  "qfuds_saga_ideological_incoherence_triad_ko" -> "qfuds_saga_factions_cultures_power_ecology_ko";
  "qfuds_saga_ideological_incoherence_triad_ko" -> "qfuds_saga_bitcoin_stature_ideology_deeptime_ko";
  "qfuds_saga_ideological_incoherence_triad_ko" -> "qfuds_saga_authorship_of_the_standard_theme_axis_ko";
  "qfuds_saga_ideological_incoherence_triad_ko" -> "qfuds_saga_ai_automation_human_in_the_loop_ssot_ko";
  "qfuds_saga_character_map_and_timeline_coordinates_ko" -> "qfuds_saga_character_liora_sen_ko";
  "qfuds_saga_character_map_and_timeline_coordinates_ko" -> "qfuds_saga_character_ensemble_voices_relationships_ko";
  "qfuds_saga_character_map_and_timeline_coordinates_ko" -> "qfuds_saga_character_depth_sheets_ko";
  "qfuds_saga_character_map_and_timeline_coordinates_ko" -> "qfuds_saga_deep_time_restoration_timeline_ko";
  "qfuds_saga_machine_childhood_ai_history_narrator_throughline_ko" -> "qfuds_saga_qday_aftermath_timeline_and_world_ko";
  "qfuds_saga_machine_childhood_ai_history_narrator_throughline_ko" -> "qfuds_saga_near_future_recenter_direction_ko";
  "qfuds_saga_machine_childhood_ai_history_narrator_throughline_ko" -> "qfuds_saga_character_map_and_timeline_coordinates_ko";
  "qfuds_saga_machine_childhood_ai_history_narrator_throughline_ko" -> "qfuds_saga_in_world_physics_information_unitarity_restoration_ko";
  "qfuds_saga_bible_index_ko" -> "qfuds_saga_index_ko";
  "qfuds_saga_agentic_system_ko" -> "qfuds_saga_index_ko";
  "qfuds_saga_agentic_system_ko" -> "qfuds_lineage_agentic_research_system_ko" [style=dashed, color=red];
  "qfuds_saga_agentic_system_ko" -> "qfuds_fiction_saga_index_ko" [style=dashed, color=red];
  "qfuds_saga_bilingual_term_discipline_glossary_ko" -> "qfuds_saga_agentic_system_ko";
  "qfuds_saga_bilingual_term_discipline_glossary_ko" -> "qfuds_saga_post_agi_civilization_history_bilingual_protocol_ko";
  "qfuds_saga_arc_two_gsd_phase_brief_ko" -> "qfuds_saga_arc_two_korean_primary_plan_ko";
  "qfuds_saga_arc_two_gsd_phase_brief_ko" -> "qfuds_saga_who_may_refuse_korean_primary";
  "qfuds_saga_series_production_harness_ko" -> "qfuds_saga_agentic_system_ko";
  "qfuds_saga_series_production_harness_ko" -> "qfuds_saga_first_arc_release_immersion_revision_plan_ko";
  "qfuds_saga_series_production_harness_ko" -> "qfuds_saga_character_ensemble_voices_relationships_ko";
  "qfuds_saga_series_production_harness_ko" -> "qfuds_saga_production_board_ko";
  "qfuds_saga_creative_inputs_traceability_ko" -> "qfuds_saga_index_ko";
  "qfuds_saga_first_arc_book1_gsd_phase_brief_ko" -> "qfuds_saga_first_arc_book1_outline_reboot_ko";
  "qfuds_saga_first_arc_book1_gsd_phase_brief_ko" -> "qfuds_saga_first_arc_scene_cards_ko";
  "qfuds_saga_first_arc_book1_gsd_phase_brief_ko" -> "qfuds_saga_first_arc_book1_reboot_korean_primary";
  "qfuds_saga_first_arc_book1_gsd_phase_brief_ko" -> "qfuds_saga_series_production_harness_ko";
  "qfuds_saga_external_ai_writing_systems_gap_audit_ko" -> "qfuds_saga_series_production_harness_ko";
  "qfuds_saga_external_ai_writing_systems_gap_audit_ko" -> "qfuds_saga_creative_inputs_traceability_ko";
  "qfuds_saga_external_ai_writing_systems_gap_audit_ko" -> "agentic_fiction_harness_perspectives_ko" [style=dashed, color=red];
  "qfuds_saga_external_ai_writing_systems_gap_audit_ko" -> "qfuds_saga_five_core_dramatic_questions_spine_ko";
  "qfuds_saga_production_board_ko" -> "qfuds_saga_agentic_system_ko";
  "qfuds_saga_production_board_ko" -> "qfuds_saga_series_production_harness_ko";
  "qfuds_saga_production_board_ko" -> "qfuds_saga_external_ai_writing_systems_gap_audit_ko";
  "qfuds_saga_chapter_intent_card_template_ko" -> "qfuds_saga_production_board_ko";
  "qfuds_saga_chapter_intent_card_template_ko" -> "qfuds_saga_series_production_harness_ko";
  "qfuds_saga_chapter_intent_card_template_ko" -> "qfuds_saga_five_core_dramatic_questions_spine_ko";
  "qfuds_saga_expert_panel_world_system_handoff_ko" -> "qfuds_saga_production_board_ko";
  "qfuds_saga_expert_panel_world_system_handoff_ko" -> "qfuds_saga_qday_aftermath_timeline_and_world_ko";
  "qfuds_saga_expert_panel_world_system_handoff_ko" -> "qfuds_saga_cryptographic_death_and_hash_covenant_ko";
  "qfuds_saga_expert_panel_world_system_handoff_ko" -> "qfuds_saga_factions_cultures_power_ecology_ko";
  "qfuds_saga_near_future_forecast_panel_method_ko" -> "qfuds_saga_expert_panel_world_system_handoff_ko";
  "qfuds_saga_near_future_forecast_panel_method_ko" -> "qfuds_saga_qday_world_system_14domain_matrix_ko";
  "qfuds_saga_near_future_forecast_panel_method_ko" -> "qfuds_saga_production_board_ko";
  "qfuds_saga_real_world_and_physics_research_anchors_ko" -> "qfuds_saga_near_future_forecast_panel_method_ko";
  "qfuds_saga_real_world_and_physics_research_anchors_ko" -> "qfuds_saga_reader_accessibility_and_real_world_anchors_ko";
  "qfuds_saga_truth_state_ledger_ko" -> "qfuds_saga_external_ai_writing_systems_gap_audit_ko";
  "qfuds_saga_truth_state_ledger_ko" -> "qfuds_saga_last_archive_reveal_architecture_ko";
  "qfuds_saga_truth_state_ledger_ko" -> "qfuds_saga_first_arc_reader_reveal_ladder_ko";
  "qfuds_saga_truth_state_ledger_ko" -> "qfuds_saga_five_core_dramatic_questions_spine_ko";
  "qfuds_saga_truth_state_ledger_ko" -> "qfuds_saga_character_map_and_timeline_coordinates_ko";
  "qfuds_saga_chronicler_pass_plan_ko" -> "qfuds_verse_worldbuilding_architecture_ko";
  "qfuds_saga_chronicler_pass_plan_ko" -> "qfuds_verse_canon_drift_and_tech_debt_report_ko";
  "qfuds_saga_chronicler_pass_plan_ko" -> "qfuds_saga_canon_authority_and_ssot_map_ko";
  "qfuds_saga_chronicler_pass_plan_ko" -> "qfuds_saga_restoration_mechanism_correction_ko";
  "qfuds_saga_chronicler_pass_plan_ko" -> "qfuds_saga_character_map_and_timeline_coordinates_ko";
  "qfuds_saga_final_chronicler_report_ko" -> "qfuds_verse_worldbuilding_architecture_ko";
  "qfuds_saga_final_chronicler_report_ko" -> "qfuds_verse_canon_drift_and_tech_debt_report_ko";
  "qfuds_saga_final_chronicler_report_ko" -> "qfuds_saga_chronicler_pass_plan_ko";
  "qfuds_saga_final_chronicler_report_ko" -> "qfuds_saga_canon_authority_and_ssot_map_ko";
  "qfuds_saga_final_chronicler_report_ko" -> "qfuds_saga_character_map_and_timeline_coordinates_ko";
  "qfuds_saga_workroom_index_ko" -> "qfuds_saga_index_ko";
  "qfuds_saga_visual_exhibit_design_ko" -> "qfuds_saga_mara_veyr_prologue_english_revision_ko" [style=dashed, color=red];
  "qfuds_saga_visual_exhibit_design_ko" -> "qfuds_saga_post_agi_civilization_history_bilingual_protocol_ko";
  "qfuds_saga_visual_exhibit_design_ko" -> "qfuds_saga_agentic_system_ko";
  "qfuds_saga_arc_two_korean_primary_plan_ko" -> "qfuds_saga_first_arc_canon_consolidation_ko";
  "qfuds_saga_arc_two_korean_primary_plan_ko" -> "qfuds_saga_the_broken_crown_revised_v2_korean_adaptation";
  "qfuds_saga_arc_two_korean_primary_plan_ko" -> "qfuds_saga_reader_accessibility_and_real_world_anchors_ko";
  "qfuds_saga_arc_two_korean_primary_plan_ko" -> "qfuds_saga_bilingual_term_discipline_glossary_ko";
  "qfuds_saga_last_archive_reveal_architecture_ko" -> "qfuds_saga_last_archive_origin_and_reversal_causality_ko";
  "qfuds_saga_last_archive_reveal_architecture_ko" -> "qfuds_saga_reader_accessibility_and_real_world_anchors_ko";
  "qfuds_saga_format_throughline_and_progress_ko" -> "qfuds_saga_last_archive_reveal_architecture_ko";
  "qfuds_saga_format_throughline_and_progress_ko" -> "qfuds_saga_last_archive_origin_and_reversal_causality_ko";
  "qfuds_saga_arc_two_episode_map_ko" -> "qfuds_saga_arc_two_korean_primary_plan_ko";
  "qfuds_saga_arc_two_episode_map_ko" -> "qfuds_saga_who_may_author_loss_korean_primary";
  "qfuds_saga_arc_two_episode_map_ko" -> "qfuds_saga_who_may_refuse_korean_primary";
  "qfuds_saga_arc_map_multiarc_ko" -> "qfuds_saga_five_core_dramatic_questions_spine_ko";
  "qfuds_saga_arc_map_multiarc_ko" -> "qfuds_saga_world_compendium_codex_ko";
  "qfuds_saga_arc_map_multiarc_ko" -> "qfuds_saga_bitcoin_stature_ideology_deeptime_ko";
  "qfuds_saga_arc_map_multiarc_ko" -> "qfuds_saga_last_archive_origin_and_reversal_causality_ko";
  "qfuds_saga_arc_map_multiarc_ko" -> "qfuds_saga_last_archive_reveal_architecture_ko";
  "qfuds_saga_arc_map_multiarc_ko" -> "qfuds_saga_cryptographic_death_era_and_crypto_concepts_ko";
  "qfuds_saga_arc_map_multiarc_ko" -> "qfuds_saga_first_arc_book1_outline_reboot_ko";
  "qfuds_saga_arc_map_multiarc_ko" -> "qfuds_saga_first_arc_scene_cards_ko";
  "qfuds_saga_arc_map_multiarc_ko" -> "qfuds_saga_first_arc_book1_reboot_korean_primary";
  "qfuds_saga_arc_map_multiarc_ko" -> "qfuds_saga_arc_two_korean_primary_plan_ko";
  "qfuds_saga_arc_map_multiarc_ko" -> "qfuds_saga_arc_two_episode_map_ko";
  "qfuds_saga_first_arc_book1_outline_reboot_ko" -> "qfuds_saga_liora_sen_first_episode_beat_sheet_ko" [style=dashed, color=red];
  "qfuds_saga_first_arc_book1_outline_reboot_ko" -> "qfuds_saga_genesis_chain_artifact_scene_packet_ko" [style=dashed, color=red];
  "qfuds_saga_first_arc_book1_outline_reboot_ko" -> "qfuds_saga_first_arc_six_episode_outline_ko" [style=dashed, color=red];
  "qfuds_saga_first_arc_book1_outline_reboot_ko" -> "qfuds_saga_last_archive_reveal_architecture_ko";
  "qfuds_saga_first_arc_book1_outline_reboot_ko" -> "qfuds_saga_format_throughline_and_progress_ko";
  "qfuds_saga_first_arc_book1_outline_reboot_ko" -> "qfuds_saga_world_compendium_codex_ko";
  "qfuds_saga_first_arc_book1_outline_reboot_ko" -> "qfuds_saga_bitcoin_stature_ideology_deeptime_ko";
  "qfuds_saga_first_arc_book1_outline_reboot_ko" -> "qfuds_saga_character_depth_sheets_ko";
  "qfuds_saga_first_arc_scene_cards_ko" -> "qfuds_saga_first_arc_book1_outline_reboot_ko";
  "qfuds_saga_first_arc_scene_cards_ko" -> "qfuds_saga_series_production_harness_ko";
  "qfuds_saga_sovereign_ai_open_closed_axis_brainstorm_ko" -> "qfuds_saga_authorship_of_the_standard_theme_axis_ko";
  "qfuds_saga_sovereign_ai_open_closed_axis_brainstorm_ko" -> "qfuds_saga_ai_automation_human_in_the_loop_ssot_ko";
  "qfuds_saga_sovereign_ai_open_closed_axis_brainstorm_ko" -> "qfuds_saga_bitcoin_stature_ideology_deeptime_ko";
  "qfuds_saga_sovereign_ai_open_closed_axis_brainstorm_ko" -> "qfuds_saga_last_archive_origin_and_reversal_causality_ko";
  "qfuds_saga_five_core_dramatic_questions_spine_ko" -> "qfuds_saga_authorship_of_the_standard_theme_axis_ko";
  "qfuds_saga_five_core_dramatic_questions_spine_ko" -> "qfuds_saga_restoration_mechanism_correction_ko";
  "qfuds_saga_five_core_dramatic_questions_spine_ko" -> "qfuds_saga_ai_automation_human_in_the_loop_ssot_ko";
  "qfuds_saga_five_core_dramatic_questions_spine_ko" -> "qfuds_saga_last_archive_origin_and_reversal_causality_ko";
  "qfuds_saga_five_core_dramatic_questions_spine_ko" -> "qfuds_saga_character_ensemble_voices_relationships_ko";
  "qfuds_saga_first_arc_origin_outline_ko" -> "qfuds_saga_five_core_dramatic_questions_spine_ko";
  "qfuds_saga_first_arc_origin_outline_ko" -> "qfuds_saga_arc_map_multiarc_ko";
  "qfuds_saga_first_arc_origin_outline_ko" -> "qfuds_saga_cryptographic_death_era_and_crypto_concepts_ko";
  "qfuds_saga_first_arc_origin_outline_ko" -> "qfuds_saga_last_archive_origin_and_reversal_causality_ko";
  "qfuds_saga_first_arc_origin_outline_ko" -> "qfuds_saga_bitcoin_stature_ideology_deeptime_ko";
  "qfuds_saga_first_arc_origin_outline_ko" -> "qfuds_saga_last_archive_reveal_architecture_ko";
  "qfuds_saga_first_arc_origin_scene_cards_ko" -> "qfuds_saga_first_arc_origin_outline_ko";
  "qfuds_saga_first_arc_origin_scene_cards_ko" -> "qfuds_saga_five_core_dramatic_questions_spine_ko";
  "qfuds_saga_first_arc_origin_scene_cards_ko" -> "qfuds_saga_arc_map_multiarc_ko";
  "qfuds_saga_first_arc_origin_scene_cards_ko" -> "qfuds_saga_cryptographic_death_era_and_crypto_concepts_ko";
  "qfuds_saga_first_arc_origin_scene_cards_ko" -> "qfuds_saga_series_production_harness_ko";
  "qfuds_saga_crypto_concepts_reader_onboarding_check_ko" -> "qfuds_saga_first_arc_origin_outline_ko";
  "qfuds_saga_crypto_concepts_reader_onboarding_check_ko" -> "qfuds_saga_first_arc_origin_scene_cards_ko";
  "qfuds_saga_crypto_concepts_reader_onboarding_check_ko" -> "qfuds_saga_cryptographic_death_era_and_crypto_concepts_ko";
  "qfuds_saga_crypto_concepts_reader_onboarding_check_ko" -> "qfuds_saga_cryptographic_death_and_hash_covenant_ko";
  "qfuds_saga_crypto_concepts_reader_onboarding_check_ko" -> "qfuds_saga_bitcoin_stature_ideology_deeptime_ko";
  "qfuds_saga_crypto_concepts_reader_onboarding_check_ko" -> "fiction_reader_onboarding_harness_ko" [style=dashed, color=red];
  "qfuds_saga_sael_origin_execution_sheet_ko" -> "qfuds_saga_first_arc_origin_outline_ko";
  "qfuds_saga_sael_origin_execution_sheet_ko" -> "qfuds_saga_first_arc_origin_scene_cards_ko";
  "qfuds_saga_sael_origin_execution_sheet_ko" -> "qfuds_saga_five_core_dramatic_questions_spine_ko";
  "qfuds_saga_qday_incident_bridge_outline_ko" -> "qfuds_saga_first_arc_origin_outline_ko";
  "qfuds_saga_qday_incident_bridge_outline_ko" -> "qfuds_saga_first_arc_origin_scene_cards_ko";
  "qfuds_saga_qday_incident_bridge_outline_ko" -> "qfuds_saga_five_core_dramatic_questions_spine_ko";
  "qfuds_saga_qday_incident_bridge_outline_ko" -> "qfuds_saga_cryptographic_death_era_and_crypto_concepts_ko";
  "qfuds_saga_qday_incident_bridge_outline_ko" -> "qfuds_saga_last_archive_origin_and_reversal_causality_ko";
  "qfuds_saga_qday_incident_bridge_outline_ko" -> "qfuds_saga_ai_automation_human_in_the_loop_ssot_ko";
  "qfuds_saga_first_arc_reader_reveal_ladder_ko" -> "qfuds_saga_first_arc_origin_outline_ko";
  "qfuds_saga_first_arc_reader_reveal_ladder_ko" -> "qfuds_saga_first_arc_origin_scene_cards_ko";
  "qfuds_saga_first_arc_reader_reveal_ladder_ko" -> "qfuds_saga_qday_incident_bridge_outline_ko";
  "qfuds_saga_first_arc_reader_reveal_ladder_ko" -> "qfuds_saga_five_core_dramatic_questions_spine_ko";
  "qfuds_saga_first_arc_causal_master_outline_ko" -> "qfuds_saga_first_arc_origin_outline_ko";
  "qfuds_saga_first_arc_causal_master_outline_ko" -> "qfuds_saga_first_arc_origin_scene_cards_ko";
  "qfuds_saga_first_arc_causal_master_outline_ko" -> "qfuds_saga_qday_incident_bridge_outline_ko";
  "qfuds_saga_first_arc_causal_master_outline_ko" -> "qfuds_saga_first_arc_reader_reveal_ladder_ko";
  "qfuds_saga_first_arc_causal_master_outline_ko" -> "qfuds_saga_five_core_dramatic_questions_spine_ko";
  "qfuds_saga_first_arc_reader_orientation_world_and_cast_ko" -> "qfuds_saga_first_arc_origin_outline_ko";
  "qfuds_saga_first_arc_reader_orientation_world_and_cast_ko" -> "qfuds_saga_five_core_dramatic_questions_spine_ko";
  "qfuds_saga_first_arc_reader_orientation_world_and_cast_ko" -> "qfuds_saga_drafts_origin_sael_webnovel_storyboard_ko";
  "qfuds_saga_first_arc_reader_orientation_world_and_cast_ko" -> "qfuds_saga_first_arc_book1_reboot_korean_primary";
  "qfuds_saga_new_book1_orpheus_design_ko" -> "qfuds_saga_character_map_and_timeline_coordinates_ko";
  "qfuds_saga_new_book1_orpheus_design_ko" -> "qfuds_saga_in_world_physics_information_unitarity_restoration_ko";
  "qfuds_saga_new_book1_orpheus_design_ko" -> "qfuds_saga_last_archive_origin_and_reversal_causality_ko";
  "qfuds_saga_near_future_recenter_direction_ko" -> "qfuds_saga_qday_aftermath_timeline_and_world_ko";
  "qfuds_saga_near_future_recenter_direction_ko" -> "qfuds_saga_new_book1_orpheus_design_ko";
  "qfuds_saga_near_future_recenter_direction_ko" -> "qfuds_saga_character_map_and_timeline_coordinates_ko";
  "qfuds_saga_machine_narrator_voice_and_setup_payoff_treatment_ko" -> "qfuds_saga_machine_childhood_ai_history_narrator_throughline_ko";
  "qfuds_saga_machine_narrator_voice_and_setup_payoff_treatment_ko" -> "qfuds_saga_near_future_recenter_direction_ko";
  "qfuds_saga_machine_narrator_voice_and_setup_payoff_treatment_ko" -> "qfuds_saga_qday_aftermath_timeline_and_world_ko";
  "qfuds_saga_machine_narrator_voice_and_setup_payoff_treatment_ko" -> "qfuds_saga_character_map_and_timeline_coordinates_ko";
  "qfuds_saga_near_future_prelude_forecast_ko" -> "qfuds_saga_near_future_forecast_panel_method_ko";
  "qfuds_saga_near_future_prelude_forecast_ko" -> "qfuds_saga_real_world_and_physics_research_anchors_ko";
  "qfuds_saga_near_future_prelude_forecast_ko" -> "qfuds_saga_qday_aftermath_timeline_and_world_ko";
  "qfuds_saga_near_future_prelude_forecast_ko" -> "qfuds_saga_near_future_recenter_direction_ko";
  "qfuds_saga_register_morph_opening_and_ending_options_ko" -> "qfuds_saga_last_archive_reveal_architecture_ko";
  "qfuds_saga_register_morph_opening_and_ending_options_ko" -> "qfuds_saga_deep_time_restoration_timeline_ko";
  "qfuds_saga_register_morph_opening_and_ending_options_ko" -> "qfuds_verse_far_future_native_lexicon_return_death_ko";
  "qfuds_saga_register_morph_opening_and_ending_options_ko" -> "qfuds_saga_machine_narrator_voice_and_setup_payoff_treatment_ko";
  "qfuds_saga_register_morph_opening_and_ending_options_ko" -> "qfuds_saga_five_core_dramatic_questions_spine_ko";
  "qfuds_saga_story_design_index_ko" -> "qfuds_saga_index_ko";
  "qfuds_saga_drafts_jua_full_novel_korean_primary" -> "qfuds_saga_near_future_recenter_direction_ko";
  "qfuds_saga_drafts_jua_full_novel_korean_primary" -> "qfuds_saga_in_world_physics_information_unitarity_restoration_ko";
  "qfuds_saga_drafts_jua_full_novel_korean_primary" -> "qfuds_saga_character_map_and_timeline_coordinates_ko";
  "qfuds_saga_drafts_jua_full_novel_korean_primary" -> "qfuds_saga_machine_childhood_ai_history_narrator_throughline_ko";
  "qfuds_saga_drafts_origin_sael_korean_primary" -> "qfuds_saga_first_arc_origin_outline_ko";
  "qfuds_saga_drafts_origin_sael_korean_primary" -> "qfuds_saga_first_arc_origin_scene_cards_ko";
  "qfuds_saga_drafts_origin_sael_korean_primary" -> "qfuds_saga_sael_origin_execution_sheet_ko";
  "qfuds_saga_drafts_origin_sael_korean_primary" -> "qfuds_saga_five_core_dramatic_questions_spine_ko";
  "qfuds_saga_drafts_origin_sael_korean_primary" -> "qfuds_saga_arc_map_multiarc_ko";
  "qfuds_saga_drafts_origin_sael_korean_primary" -> "qfuds_saga_crypto_concepts_reader_onboarding_check_ko";
  "qfuds_saga_drafts_origin_sael_webnovel_storyboard_ko" -> "qfuds_saga_drafts_origin_sael_korean_primary";
  "qfuds_saga_drafts_origin_sael_webnovel_storyboard_ko" -> "qfuds_saga_first_arc_origin_outline_ko";
  "qfuds_saga_drafts_origin_sael_webnovel_storyboard_ko" -> "qfuds_saga_first_arc_origin_scene_cards_ko";
  "qfuds_saga_drafts_origin_sael_webnovel_storyboard_ko" -> "qfuds_saga_sael_origin_execution_sheet_ko";
  "qfuds_saga_drafts_origin_sael_webnovel_storyboard_ko" -> "qfuds_saga_five_core_dramatic_questions_spine_ko";
  "qfuds_saga_drafts_origin_sael_webnovel_storyboard_ko" -> "qfuds_saga_crypto_concepts_reader_onboarding_check_ko";
  "qfuds_saga_drafts_origin_sael_webnovel_storyboard_ko" -> "fiction_reader_onboarding_harness_ko" [style=dashed, color=red];
  "qfuds_saga_drafts_origin_sael_webnovel_storyboard_en" -> "qfuds_saga_drafts_origin_sael_webnovel_storyboard_ko";
  "qfuds_saga_drafts_origin_sael_webnovel_storyboard_en" -> "qfuds_saga_drafts_origin_sael_korean_primary";
  "qfuds_saga_drafts_origin_sael_webnovel_storyboard_en" -> "qfuds_saga_first_arc_origin_outline_ko";
  "qfuds_saga_drafts_origin_sael_webnovel_storyboard_en" -> "qfuds_saga_first_arc_origin_scene_cards_ko";
  "qfuds_saga_drafts_origin_sael_full_novel_korean_primary" -> "qfuds_saga_drafts_origin_sael_webnovel_storyboard_ko";
  "qfuds_saga_drafts_origin_sael_full_novel_korean_primary" -> "qfuds_saga_drafts_origin_sael_korean_primary";
  "qfuds_saga_drafts_origin_sael_full_novel_korean_primary" -> "qfuds_saga_first_arc_origin_outline_ko";
  "qfuds_saga_drafts_origin_sael_full_novel_korean_primary" -> "qfuds_saga_first_arc_origin_scene_cards_ko";
  "qfuds_saga_drafts_origin_sael_full_novel_korean_primary" -> "qfuds_saga_first_arc_reader_orientation_world_and_cast_ko";
  "qfuds_saga_drafts_origin_sael_full_novel_korean_primary" -> "qfuds_saga_ai_automation_human_in_the_loop_ssot_ko";
  "qfuds_saga_drafts_book1_5_index_ko" -> "qfuds_saga_drafts_index_ko";
  "qfuds_saga_drafts_orpheus_full_novel_korean_primary" -> "qfuds_saga_new_book1_orpheus_design_ko";
  "qfuds_saga_drafts_orpheus_full_novel_korean_primary" -> "qfuds_saga_qday_aftermath_timeline_and_world_ko";
  "qfuds_saga_drafts_orpheus_full_novel_korean_primary" -> "qfuds_saga_in_world_physics_information_unitarity_restoration_ko";
  "qfuds_saga_drafts_orpheus_full_novel_korean_primary" -> "qfuds_saga_character_map_and_timeline_coordinates_ko";
  "qfuds_saga_drafts_book1_index_ko" -> "qfuds_saga_drafts_index_ko";
  "qfuds_saga_first_arc_book1_reboot_korean_primary" -> "qfuds_saga_first_arc_book1_gsd_phase_brief_ko";
  "qfuds_saga_first_arc_book1_reboot_korean_primary" -> "qfuds_saga_first_arc_book1_outline_reboot_ko";
  "qfuds_saga_first_arc_book1_reboot_korean_primary" -> "qfuds_saga_first_arc_scene_cards_ko";
  "qfuds_saga_first_arc_book1_reboot_korean_primary" -> "qfuds_saga_reader_accessibility_and_real_world_anchors_ko";
  "qfuds_saga_first_arc_book1_reboot_korean_primary" -> "qfuds_saga_last_archive_origin_and_reversal_causality_ko";
  "qfuds_saga_first_arc_book1_reboot_korean_primary" -> "qfuds_saga_bitcoin_stature_ideology_deeptime_ko";
  "qfuds_saga_first_arc_book1_reboot_korean_primary" -> "qfuds_saga_character_ensemble_voices_relationships_ko";
  "qfuds_saga_drafts_mara_full_novel_korean_primary" -> "qfuds_saga_first_arc_book1_reboot_korean_primary";
  "qfuds_saga_drafts_mara_full_novel_korean_primary" -> "qfuds_saga_drafts_origin_sael_full_novel_korean_primary";
  "qfuds_saga_drafts_mara_full_novel_korean_primary" -> "qfuds_saga_first_arc_reader_orientation_world_and_cast_ko";
  "qfuds_saga_drafts_mara_full_novel_korean_primary" -> "qfuds_saga_five_core_dramatic_questions_spine_ko";
  "qfuds_saga_drafts_mara_full_novel_korean_primary" -> "qfuds_saga_character_ensemble_voices_relationships_ko";
  "qfuds_saga_drafts_book2_index_ko" -> "qfuds_saga_drafts_index_ko";
  "qfuds_saga_exhibit_s0_episode1_revised_v2_english_draft" -> "qfuds_saga_first_arc_full_revision_pass" [style=dashed, color=red];
  "qfuds_saga_exhibit_s0_episode1_revised_v2_english_draft" -> "qfuds_saga_exhibit_s0_episode1_revised_english_draft" [style=dashed, color=red];
  "qfuds_saga_the_dead_exchange_revised_v2_english_draft" -> "qfuds_saga_first_arc_full_revision_pass" [style=dashed, color=red];
  "qfuds_saga_the_dead_exchange_revised_v2_english_draft" -> "qfuds_saga_the_dead_exchange_english_draft" [style=dashed, color=red];
  "qfuds_saga_the_dead_exchange_revised_v2_english_draft" -> "qfuds_saga_exhibit_s0_episode1_revised_v2_english_draft";
  "qfuds_saga_the_last_hodler_revised_v2_english_draft" -> "qfuds_saga_first_arc_full_revision_pass" [style=dashed, color=red];
  "qfuds_saga_the_last_hodler_revised_v2_english_draft" -> "qfuds_saga_the_last_hodler_english_draft" [style=dashed, color=red];
  "qfuds_saga_the_last_hodler_revised_v2_english_draft" -> "qfuds_saga_the_dead_exchange_revised_v2_english_draft";
  "qfuds_saga_identity_flood_revised_v2_english_draft" -> "qfuds_saga_first_arc_full_revision_pass" [style=dashed, color=red];
  "qfuds_saga_identity_flood_revised_v2_english_draft" -> "qfuds_saga_identity_flood_english_draft" [style=dashed, color=red];
  "qfuds_saga_identity_flood_revised_v2_english_draft" -> "qfuds_saga_the_last_hodler_revised_v2_english_draft";
  "qfuds_saga_hawking_court_revised_v2_english_draft" -> "qfuds_saga_first_arc_full_revision_pass" [style=dashed, color=red];
  "qfuds_saga_hawking_court_revised_v2_english_draft" -> "qfuds_saga_hawking_court_english_draft" [style=dashed, color=red];
  "qfuds_saga_hawking_court_revised_v2_english_draft" -> "qfuds_saga_identity_flood_revised_v2_english_draft";
  "qfuds_saga_the_broken_crown_revised_v2_english_draft" -> "qfuds_saga_first_arc_full_revision_pass" [style=dashed, color=red];
  "qfuds_saga_the_broken_crown_revised_v2_english_draft" -> "qfuds_saga_the_broken_crown_english_draft" [style=dashed, color=red];
  "qfuds_saga_the_broken_crown_revised_v2_english_draft" -> "qfuds_saga_hawking_court_revised_v2_english_draft";
  "qfuds_saga_exhibit_s0_episode1_revised_v2_korean_adaptation" -> "qfuds_saga_first_arc_polish_read_order_pass" [style=dashed, color=red];
  "qfuds_saga_exhibit_s0_episode1_revised_v2_korean_adaptation" -> "qfuds_saga_exhibit_s0_episode1_revised_v2_english_draft";
  "qfuds_saga_the_dead_exchange_revised_v2_korean_adaptation" -> "qfuds_saga_first_arc_polish_read_order_pass" [style=dashed, color=red];
  "qfuds_saga_the_dead_exchange_revised_v2_korean_adaptation" -> "qfuds_saga_the_dead_exchange_revised_v2_english_draft";
  "qfuds_saga_the_dead_exchange_revised_v2_korean_adaptation" -> "qfuds_saga_exhibit_s0_episode1_revised_v2_korean_adaptation";
  "qfuds_saga_the_last_hodler_revised_v2_korean_adaptation" -> "qfuds_saga_first_arc_polish_read_order_pass" [style=dashed, color=red];
  "qfuds_saga_the_last_hodler_revised_v2_korean_adaptation" -> "qfuds_saga_the_last_hodler_revised_v2_english_draft";
  "qfuds_saga_the_last_hodler_revised_v2_korean_adaptation" -> "qfuds_saga_the_dead_exchange_revised_v2_korean_adaptation";
  "qfuds_saga_identity_flood_revised_v2_korean_adaptation" -> "qfuds_saga_first_arc_polish_read_order_pass" [style=dashed, color=red];
  "qfuds_saga_identity_flood_revised_v2_korean_adaptation" -> "qfuds_saga_identity_flood_revised_v2_english_draft";
  "qfuds_saga_identity_flood_revised_v2_korean_adaptation" -> "qfuds_saga_the_last_hodler_revised_v2_korean_adaptation";
  "qfuds_saga_hawking_court_revised_v2_korean_adaptation" -> "qfuds_saga_first_arc_polish_read_order_pass" [style=dashed, color=red];
  "qfuds_saga_hawking_court_revised_v2_korean_adaptation" -> "qfuds_saga_hawking_court_revised_v2_english_draft";
  "qfuds_saga_hawking_court_revised_v2_korean_adaptation" -> "qfuds_saga_identity_flood_revised_v2_korean_adaptation";
  "qfuds_saga_the_broken_crown_revised_v2_korean_adaptation" -> "qfuds_saga_first_arc_polish_read_order_pass" [style=dashed, color=red];
  "qfuds_saga_the_broken_crown_revised_v2_korean_adaptation" -> "qfuds_saga_the_broken_crown_revised_v2_english_draft";
  "qfuds_saga_the_broken_crown_revised_v2_korean_adaptation" -> "qfuds_saga_hawking_court_revised_v2_korean_adaptation";
  "qfuds_saga_first_arc_opening_broken_crown_event_korean_primary" -> "qfuds_saga_last_archive_origin_and_reversal_causality_ko";
  "qfuds_saga_first_arc_opening_broken_crown_event_korean_primary" -> "qfuds_saga_last_archive_reveal_architecture_ko";
  "qfuds_saga_first_arc_opening_broken_crown_event_korean_primary" -> "qfuds_saga_reader_accessibility_and_real_world_anchors_ko";
  "qfuds_saga_exhibit_s0_episode1_revised_v2_korean_adaptation_v3snapshot" -> "qfuds_saga_first_arc_polish_read_order_pass" [style=dashed, color=red];
  "qfuds_saga_exhibit_s0_episode1_revised_v2_korean_adaptation_v3snapshot" -> "qfuds_saga_exhibit_s0_episode1_revised_v2_english_draft";
  "qfuds_saga_the_dead_exchange_revised_v2_korean_adaptation_v3snapshot" -> "qfuds_saga_first_arc_polish_read_order_pass" [style=dashed, color=red];
  "qfuds_saga_the_dead_exchange_revised_v2_korean_adaptation_v3snapshot" -> "qfuds_saga_the_dead_exchange_revised_v2_english_draft";
  "qfuds_saga_the_dead_exchange_revised_v2_korean_adaptation_v3snapshot" -> "qfuds_saga_exhibit_s0_episode1_revised_v2_korean_adaptation";
  "qfuds_saga_the_last_hodler_revised_v2_korean_adaptation_v3snapshot" -> "qfuds_saga_first_arc_polish_read_order_pass" [style=dashed, color=red];
  "qfuds_saga_the_last_hodler_revised_v2_korean_adaptation_v3snapshot" -> "qfuds_saga_the_last_hodler_revised_v2_english_draft";
  "qfuds_saga_the_last_hodler_revised_v2_korean_adaptation_v3snapshot" -> "qfuds_saga_the_dead_exchange_revised_v2_korean_adaptation";
  "qfuds_saga_identity_flood_revised_v2_korean_adaptation_v3snapshot" -> "qfuds_saga_first_arc_polish_read_order_pass" [style=dashed, color=red];
  "qfuds_saga_identity_flood_revised_v2_korean_adaptation_v3snapshot" -> "qfuds_saga_identity_flood_revised_v2_english_draft";
  "qfuds_saga_identity_flood_revised_v2_korean_adaptation_v3snapshot" -> "qfuds_saga_the_last_hodler_revised_v2_korean_adaptation";
  "qfuds_saga_hawking_court_revised_v2_korean_adaptation_v3snapshot" -> "qfuds_saga_first_arc_polish_read_order_pass" [style=dashed, color=red];
  "qfuds_saga_hawking_court_revised_v2_korean_adaptation_v3snapshot" -> "qfuds_saga_hawking_court_revised_v2_english_draft";
  "qfuds_saga_hawking_court_revised_v2_korean_adaptation_v3snapshot" -> "qfuds_saga_identity_flood_revised_v2_korean_adaptation";
  "qfuds_saga_the_broken_crown_revised_v2_korean_adaptation_v3snapshot" -> "qfuds_saga_first_arc_polish_read_order_pass" [style=dashed, color=red];
  "qfuds_saga_the_broken_crown_revised_v2_korean_adaptation_v3snapshot" -> "qfuds_saga_the_broken_crown_revised_v2_english_draft";
  "qfuds_saga_the_broken_crown_revised_v2_korean_adaptation_v3snapshot" -> "qfuds_saga_hawking_court_revised_v2_korean_adaptation";
  "qfuds_saga_drafts_versions_index_ko" -> "qfuds_saga_drafts_index_ko";
  "qfuds_saga_who_may_author_loss_korean_primary" -> "qfuds_saga_arc_two_korean_primary_plan_ko";
  "qfuds_saga_who_may_author_loss_korean_primary" -> "qfuds_saga_the_broken_crown_revised_v2_korean_adaptation";
  "qfuds_saga_who_may_author_loss_korean_primary" -> "qfuds_saga_reader_accessibility_and_real_world_anchors_ko";
  "qfuds_saga_who_may_author_loss_korean_primary" -> "qfuds_saga_bilingual_term_discipline_glossary_ko";
  "qfuds_saga_who_may_author_loss_english_counterpart" -> "qfuds_saga_who_may_author_loss_korean_primary";
  "qfuds_saga_who_may_author_loss_english_counterpart" -> "qfuds_saga_arc_two_korean_primary_plan_ko";
  "qfuds_saga_who_may_author_loss_english_counterpart" -> "qfuds_saga_the_broken_crown_revised_v2_korean_adaptation";
  "qfuds_saga_who_may_author_loss_english_counterpart" -> "qfuds_saga_reader_accessibility_and_real_world_anchors_ko";
  "qfuds_saga_who_may_author_loss_english_counterpart" -> "qfuds_saga_bilingual_term_discipline_glossary_ko";
  "qfuds_saga_who_may_refuse_korean_primary" -> "qfuds_saga_arc_two_korean_primary_plan_ko";
  "qfuds_saga_who_may_refuse_korean_primary" -> "qfuds_saga_who_may_author_loss_korean_primary";
  "qfuds_saga_who_may_refuse_korean_primary" -> "qfuds_saga_reader_accessibility_and_real_world_anchors_ko";
  "qfuds_saga_who_may_refuse_korean_primary" -> "qfuds_saga_bilingual_term_discipline_glossary_ko";
  "qfuds_saga_drafts_book3_index_ko" -> "qfuds_saga_drafts_index_ko";
  "qfuds_saga_drafts_index_ko" -> "qfuds_saga_index_ko";
  "qfuds_saga_first_arc_dejargon_polish_revision_plan_ko" -> "qfuds_saga_bilingual_term_discipline_glossary_ko";
  "qfuds_saga_first_arc_dejargon_polish_revision_plan_ko" -> "qfuds_saga_first_arc_polish_read_order_pass" [style=dashed, color=red];
  "qfuds_saga_first_arc_dejargon_polish_revision_plan_ko" -> "fiction_prose_verisimilitude_audit_checklist_ko" [style=dashed, color=red];
  "qfuds_saga_first_arc_release_immersion_revision_plan_ko" -> "qfuds_saga_first_arc_dejargon_polish_revision_plan_ko";
  "qfuds_saga_first_arc_release_immersion_revision_plan_ko" -> "qfuds_saga_prose_verisimilitude_audit_checklist_ko" [style=dashed, color=red];
  "qfuds_saga_first_arc_release_immersion_revision_plan_ko" -> "qfuds_saga_bilingual_term_discipline_glossary_ko";
  "qfuds_saga_first_arc_release_immersion_revision_plan_ko" -> "qfuds_saga_first_arc_origin_scene_cards_ko";
  "qfuds_saga_first_arc_template_coverage_audit_ko" -> "qfuds_saga_series_production_harness_ko";
  "qfuds_saga_first_arc_template_coverage_audit_ko" -> "qfuds_saga_first_arc_release_immersion_revision_plan_ko";
  "qfuds_saga_first_arc_template_coverage_audit_ko" -> "qfuds_saga_character_ensemble_voices_relationships_ko";
  "qfuds_saga_first_arc_integration_outline_ko" -> "qfuds_saga_first_arc_restructure_worldview_onboarding_plan_ko" [style=dashed, color=red];
  "qfuds_saga_first_arc_integration_outline_ko" -> "qfuds_saga_reader_accessibility_and_real_world_anchors_ko";
  "qfuds_saga_first_arc_integration_outline_ko" -> "qfuds_saga_bitcoin_stature_ideology_deeptime_ko";
  "qfuds_saga_first_arc_integration_outline_ko" -> "qfuds_saga_world_compendium_codex_ko";
  "qfuds_saga_first_arc_integration_outline_ko" -> "qfuds_saga_first_arc_six_episode_outline_ko" [style=dashed, color=red];
  "qfuds_saga_series_bible_drift_alignment_audit_ko" -> "qfuds_saga_world_compendium_codex_ko";
  "qfuds_saga_series_bible_drift_alignment_audit_ko" -> "qfuds_saga_bitcoin_stature_ideology_deeptime_ko";
  "qfuds_saga_series_bible_drift_alignment_audit_ko" -> "qfuds_saga_factions_canon_naming_ko";
  "qfuds_saga_series_bible_drift_alignment_audit_ko" -> "qfuds_saga_creative_inputs_traceability_ko";
  "qfuds_saga_revisions_reader_feedback_ai_tell_consolidation_ko" -> "qfuds_saga_revisions_index_ko";
  "qfuds_saga_revisions_first_second_arc_release_wave_ko" -> "qfuds_saga_revisions_reader_feedback_ai_tell_consolidation_ko";
  "qfuds_saga_revisions_first_second_arc_release_wave_ko" -> "qfuds_saga_production_board_ko";
  "qfuds_saga_revisions_first_second_arc_release_wave_ko" -> "qfuds_saga_drafts_origin_sael_korean_primary";
  "qfuds_saga_revisions_first_second_arc_release_wave_ko" -> "qfuds_saga_first_arc_book1_reboot_korean_primary";
  "qfuds_saga_revisions_first_second_arc_formal_retention_gate_protocol_ko" -> "qfuds_saga_revisions_first_second_arc_release_wave_ko";
  "qfuds_saga_revisions_first_second_arc_formal_retention_gate_protocol_ko" -> "qfuds_saga_revisions_reader_feedback_ai_tell_consolidation_ko";
  "qfuds_saga_revisions_first_second_arc_formal_retention_gate_protocol_ko" -> "qfuds_saga_production_board_ko";
  "qfuds_saga_revisions_origin_sael_webnovel_retention_gate_run_20260622_1308777_ko" -> "qfuds_saga_revisions_first_second_arc_formal_retention_gate_protocol_ko";
  "qfuds_saga_revisions_origin_sael_webnovel_retention_gate_run_20260622_1308777_ko" -> "qfuds_saga_drafts_origin_sael_webnovel_storyboard_ko";
  "qfuds_saga_revisions_origin_sael_webnovel_retention_gate_run_20260622_bdff1c7_ko" -> "qfuds_saga_revisions_origin_sael_webnovel_retention_gate_run_20260622_1308777_ko";
  "qfuds_saga_revisions_origin_sael_webnovel_retention_gate_run_20260622_bdff1c7_ko" -> "qfuds_saga_drafts_origin_sael_webnovel_storyboard_ko";
  "qfuds_saga_revisions_origin_sael_webnovel_retention_gate_run_20260622_b5f0edf_ko" -> "qfuds_saga_revisions_origin_sael_webnovel_retention_gate_run_20260622_bdff1c7_ko";
  "qfuds_saga_revisions_origin_sael_webnovel_retention_gate_run_20260622_b5f0edf_ko" -> "qfuds_saga_drafts_origin_sael_webnovel_storyboard_ko";
  "qfuds_saga_revisions_origin_sael_fullnovel_retention_comprehension_gate_20260622_c91e9be_ko" -> "qfuds_saga_revisions_first_second_arc_formal_retention_gate_protocol_ko";
  "qfuds_saga_revisions_origin_sael_fullnovel_retention_comprehension_gate_20260622_c91e9be_ko" -> "qfuds_saga_drafts_origin_sael_full_novel_korean_primary";
  "qfuds_saga_revisions_mara_fullnovel_retention_comprehension_gate_20260623_a41bcb9_ko" -> "qfuds_saga_revisions_first_second_arc_formal_retention_gate_protocol_ko";
  "qfuds_saga_revisions_mara_fullnovel_retention_comprehension_gate_20260623_a41bcb9_ko" -> "qfuds_saga_drafts_mara_full_novel_korean_primary";
  "qfuds_saga_revisions_mara_order_totem_two_readings_seed_design_ko" -> "qfuds_saga_drafts_mara_full_novel_korean_primary";
  "qfuds_saga_revisions_mara_order_totem_two_readings_seed_design_ko" -> "qfuds_saga_revisions_mara_fullnovel_retention_comprehension_gate_20260623_a41bcb9_ko";
  "qfuds_saga_revisions_mara_order_totem_two_readings_seed_design_ko" -> "qfuds_saga_character_map_and_timeline_coordinates_ko";
  "qfuds_saga_consistency_audit_2026_07_01_ko" -> "qfuds_saga_near_future_recenter_direction_ko";
  "qfuds_saga_consistency_audit_2026_07_01_ko" -> "qfuds_saga_character_map_and_timeline_coordinates_ko";
  "qfuds_saga_consistency_audit_2026_07_01_ko" -> "qfuds_saga_machine_childhood_ai_history_narrator_throughline_ko";
  "qfuds_saga_revisions_index_ko" -> "qfuds_saga_index_ko";
  "qfuds_saga_pre_reboot_first_arc_release_manifest_ko" -> "qfuds_saga_release_index_ko";
  "qfuds_saga_pre_reboot_first_arc_release_manifest_ko" -> "qfuds_saga_first_arc_release_immersion_revision_plan_ko";
  "qfuds_saga_pre_reboot_first_arc_release_manifest_ko" -> "qfuds_saga_first_arc_book1_outline_reboot_ko";
  "qfuds_saga_pre_reboot_first_arc_release_manifest_ko" -> "qfuds_saga_first_arc_scene_cards_ko";
  "qfuds_saga_release_index_ko" -> "qfuds_saga_index_ko";
  "qfuds_saga_index_ko" -> "wiki_fiction_index" [style=dashed, color=red];
  "qfuds_saga_index_ko" -> "qfuds_fiction_saga_index_ko" [style=dashed, color=red];
  "qfuds_saga_index_ko" -> "qfuds_lineage_agentic_research_system_ko" [style=dashed, color=red];
  "qfuds_verse_universe_index_ko" -> "fiction_catalog_index_ko" [style=dashed, color=red];
  "qfuds_verse_universe_index_ko" -> "fiction_ip_management_system_ko" [style=dashed, color=red];
  "qfuds_verse_universe_index_ko" -> "qfuds_saga_index_ko";
}